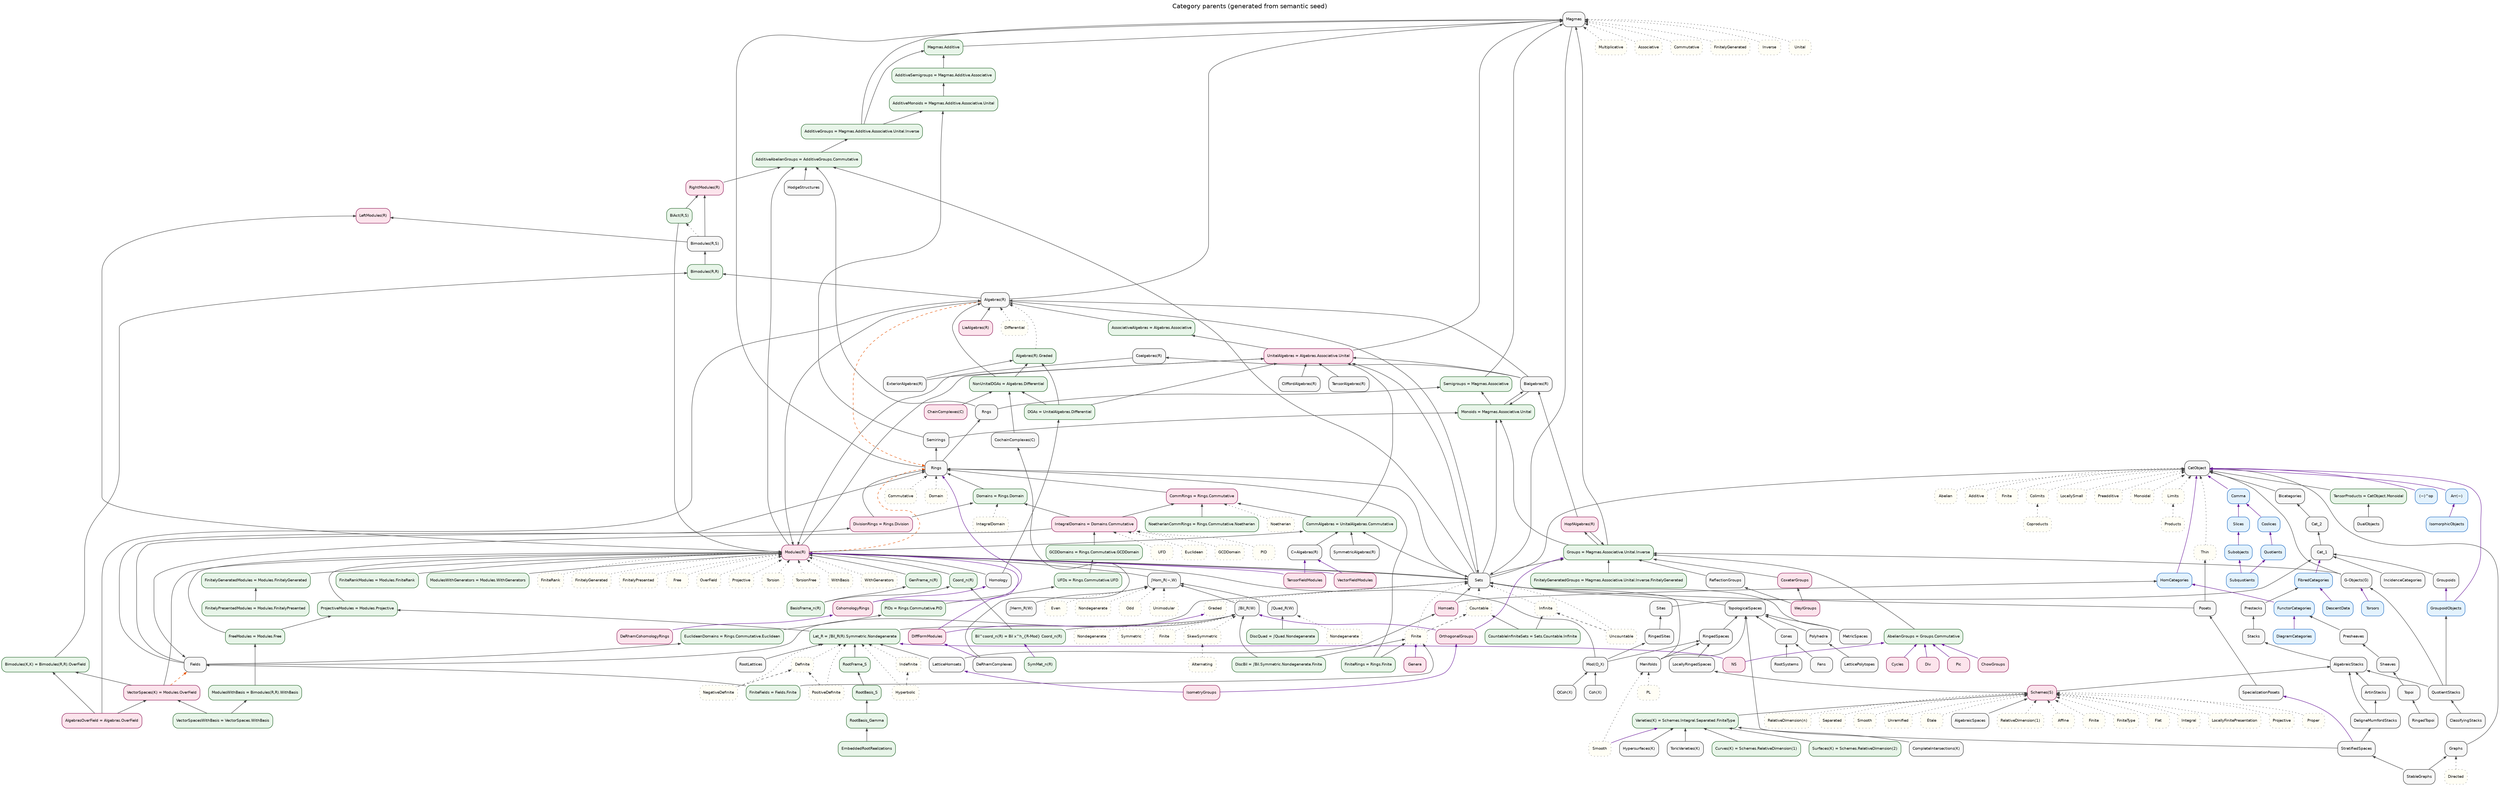
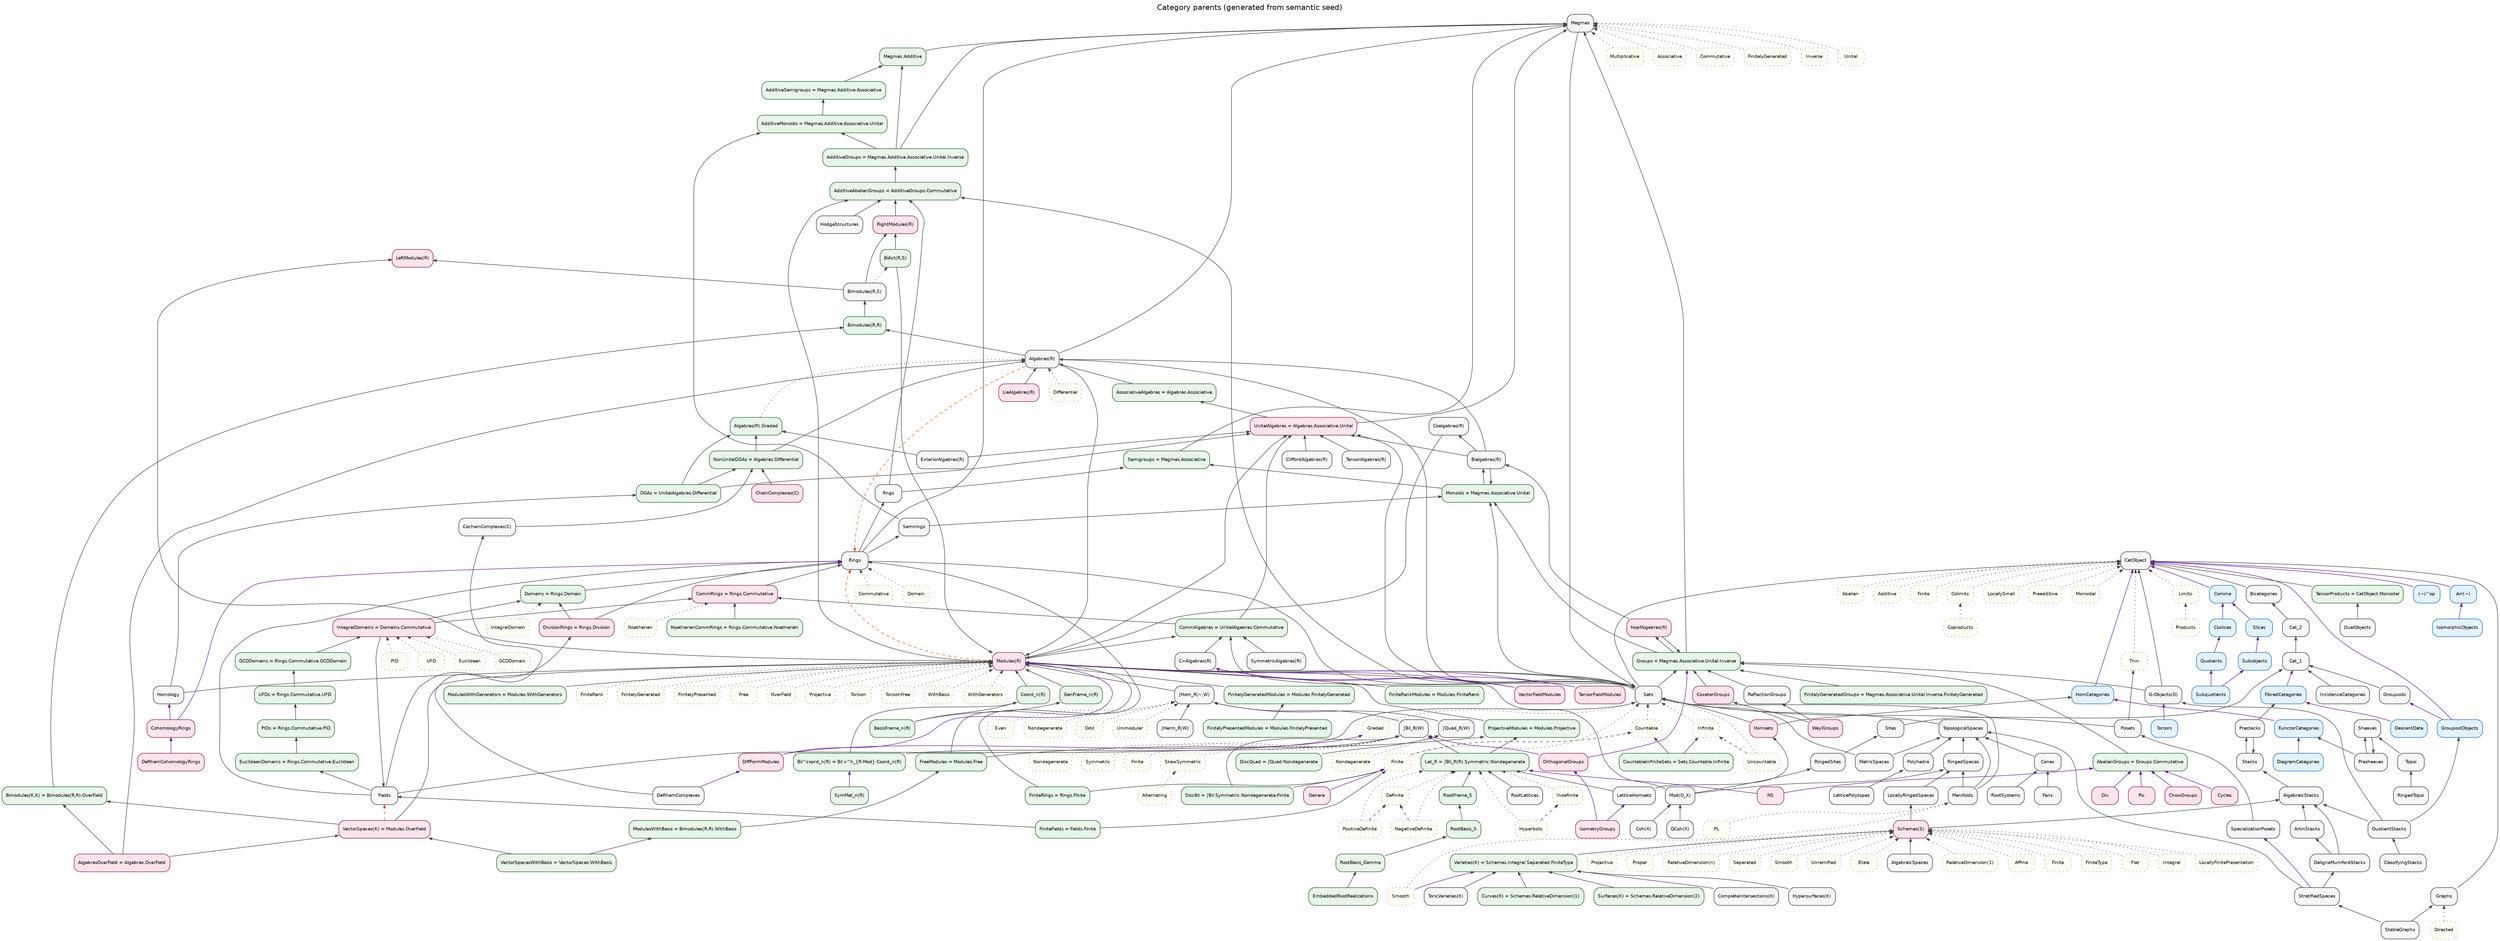
// GENERATED from semantic_seed/ — semantic presentation view.
// Authoritative: design/normalized_category_graph/semantic_seed/
// Factory/viz layout: category_parent_graph.dot (hand; see .hand.dot)

digraph CategoryParents {
  graph [
    rankdir=BT
    labelloc=t
    label="Category parents (generated from semantic seed)"
    fontsize=15
    fontname="Helvetica"
    nodesep=0.28
    ranksep=0.45
    splines=true
  ];
  node [
    shape=box
    style="rounded,filled"
    fontname="Helvetica"
    fontsize=9
    fillcolor="#f7f7f7"
    color="#333333"
  ];
  edge [color="#444444", arrowsize=0.65];

  // --- category_family ---
  AlgebraicSpaces [style="rounded,filled", fillcolor="#f7f7f7", color="#333333", id="cat.algebraicspaces", kind="category_family"];
  AlgebraicStacks [style="rounded,filled", fillcolor="#f7f7f7", color="#333333", id="cat.algebraicstacks", kind="category_family"];
  "Algebras(R)" [style="rounded,filled", fillcolor="#f7f7f7", color="#333333", id="cat.algebras_r", kind="category_family"];
  ArtinStacks [style="rounded,filled", fillcolor="#f7f7f7", color="#333333", id="cat.artinstacks", kind="category_family"];
  "Bialgebras(R)" [style="rounded,filled", fillcolor="#f7f7f7", color="#333333", id="cat.bialgebras_r", kind="category_family"];
  Bicategories [style="rounded,filled", fillcolor="#f7f7f7", color="#333333", id="cat.bicategories", kind="category_family"];
  "Bimodules(R,S)" [style="rounded,filled", fillcolor="#f7f7f7", color="#333333", id="cat.bimodules_r_s", kind="category_family"];
  CatObject [style="rounded,filled", fillcolor="#f7f7f7", color="#333333", id="cat.cat_object", kind="category_family"];
  Cat_1 [style="rounded,filled", fillcolor="#f7f7f7", color="#333333", id="cat.cat_1", kind="category_family"];
  Cat_2 [style="rounded,filled", fillcolor="#f7f7f7", color="#333333", id="cat.cat_2", kind="category_family"];
  "ChainComplexes(C)" [style="rounded,filled", fillcolor="#f7f7f7", color="#333333", id="cat.chaincomplexes", kind="category_family"];
  ClassifyingStacks [style="rounded,filled", fillcolor="#f7f7f7", color="#333333", id="cat.classifyingstacks", kind="category_family"];
  "CliffordAlgebras(R)" [style="rounded,filled", fillcolor="#f7f7f7", color="#333333", id="cat.cliffordalgebras", kind="category_family"];
  "Coalgebras(R)" [style="rounded,filled", fillcolor="#f7f7f7", color="#333333", id="cat.coalgebras_r", kind="category_family"];
  "CochainComplexes(C)" [style="rounded,filled", fillcolor="#f7f7f7", color="#333333", id="cat.cochaincomplexes", kind="category_family"];
  "Coh(X)" [style="rounded,filled", fillcolor="#f7f7f7", color="#333333", id="cat.coh", kind="category_family"];
  "CompleteIntersections(K)" [style="rounded,filled", fillcolor="#f7f7f7", color="#333333", id="cat.completeintersections", kind="category_family"];
  Cones [style="rounded,filled", fillcolor="#f7f7f7", color="#333333", id="cat.cones", kind="category_family"];
  CoxeterGroups [style="rounded,filled", fillcolor="#f7f7f7", color="#333333", id="cat.coxeter_groups", kind="category_family"];
  "C∞Algebras(R)" [style="rounded,filled", fillcolor="#f7f7f7", color="#333333", id="cat.cinftyalgebras", kind="category_family"];
  DeRhamComplexes [style="rounded,filled", fillcolor="#f7f7f7", color="#333333", id="cat.derhamcomplexes", kind="category_family"];
  DeligneMumfordStacks [style="rounded,filled", fillcolor="#f7f7f7", color="#333333", id="cat.delignemumfordstacks", kind="category_family"];
  DualObjects [style="rounded,filled", fillcolor="#f7f7f7", color="#333333", id="cat.dualobjects", kind="category_family"];
  "ExteriorAlgebras(R)" [style="rounded,filled", fillcolor="#f7f7f7", color="#333333", id="cat.exterioralgebras", kind="category_family"];
  Fans [style="rounded,filled", fillcolor="#f7f7f7", color="#333333", id="cat.fans", kind="category_family"];
  Fields [style="rounded,filled", fillcolor="#f7f7f7", color="#333333", id="cat.fields", kind="category_family"];
  "G-Objects(G)" [style="rounded,filled", fillcolor="#f7f7f7", color="#333333", id="cat.g_objects", kind="category_family"];
  Graphs [style="rounded,filled", fillcolor="#f7f7f7", color="#333333", id="cat.graphs", kind="category_family"];
  Groupoids [style="rounded,filled", fillcolor="#f7f7f7", color="#333333", id="cat.groupoids", kind="category_family"];
  HodgeStructures [style="rounded,filled", fillcolor="#f7f7f7", color="#333333", id="cat.hodgestructures", kind="category_family"];
  Homology [style="rounded,filled", fillcolor="#f7f7f7", color="#333333", id="cat.homology", kind="category_family"];
  Homsets [style="rounded,filled", fillcolor="#f7f7f7", color="#333333", id="cat.homsets", kind="category_family"];
  "HopfAlgebras(R)" [style="rounded,filled", fillcolor="#f7f7f7", color="#333333", id="cat.hopf_algebras_r", kind="category_family"];
  "Hypersurfaces(K)" [style="rounded,filled", fillcolor="#f7f7f7", color="#333333", id="cat.hypersurfaces", kind="category_family"];
  IncidenceCategories [style="rounded,filled", fillcolor="#f7f7f7", color="#333333", id="cat.incidencecategories", kind="category_family"];
  LatticeHomsets [style="rounded,filled", fillcolor="#f7f7f7", color="#333333", id="cat.latticehomsets", kind="category_family"];
  LatticePolytopes [style="rounded,filled", fillcolor="#f7f7f7", color="#333333", id="cat.latticepolytopes", kind="category_family"];
  "LieAlgebras(R)" [style="rounded,filled", fillcolor="#f7f7f7", color="#333333", id="cat.lie_algebras_r", kind="category_family"];
  LocallyRingedSpaces [style="rounded,filled", fillcolor="#f7f7f7", color="#333333", id="cat.locallyringedspaces", kind="category_family"];
  Magmas [style="rounded,filled", fillcolor="#f7f7f7", color="#333333", id="cat.magmas", kind="category_family"];
  Manifolds [style="rounded,filled", fillcolor="#f7f7f7", color="#333333", id="cat.manifolds", kind="category_family"];
  MetricSpaces [style="rounded,filled", fillcolor="#f7f7f7", color="#333333", id="cat.metricspaces", kind="category_family"];
  "Mod(O_X)" [style="rounded,filled", fillcolor="#f7f7f7", color="#333333", id="cat.mod", kind="category_family"];
  "Modules(R)" [style="rounded,filled", fillcolor="#f7f7f7", color="#333333", id="cat.modules_r", kind="category_family"];
  Polyhedra [style="rounded,filled", fillcolor="#f7f7f7", color="#333333", id="cat.polyhedra", kind="category_family"];
  Posets [style="rounded,filled", fillcolor="#f7f7f7", color="#333333", id="cat.posets", kind="category_family"];
  Presheaves [style="rounded,filled", fillcolor="#f7f7f7", color="#333333", id="cat.presheaves", kind="category_family"];
  Prestacks [style="rounded,filled", fillcolor="#f7f7f7", color="#333333", id="cat.prestacks", kind="category_family"];
  "QCoh(X)" [style="rounded,filled", fillcolor="#f7f7f7", color="#333333", id="cat.qcoh", kind="category_family"];
  QuotientStacks [style="rounded,filled", fillcolor="#f7f7f7", color="#333333", id="cat.quotientstacks", kind="category_family"];
  ReflectionGroups [style="rounded,filled", fillcolor="#f7f7f7", color="#333333", id="cat.reflectiongroups", kind="category_family"];
  RingedSites [style="rounded,filled", fillcolor="#f7f7f7", color="#333333", id="cat.ringedsites", kind="category_family"];
  RingedSpaces [style="rounded,filled", fillcolor="#f7f7f7", color="#333333", id="cat.ringedspaces", kind="category_family"];
  RingedTopoi [style="rounded,filled", fillcolor="#f7f7f7", color="#333333", id="cat.ringedtopoi", kind="category_family"];
  Rings [style="rounded,filled", fillcolor="#f7f7f7", color="#333333", id="cat.rings", kind="category_family"];
  Rngs [style="rounded,filled", fillcolor="#f7f7f7", color="#333333", id="cat.rngs", kind="category_family"];
  RootLattices [style="rounded,filled", fillcolor="#f7f7f7", color="#333333", id="cat.rootlattices", kind="category_family"];
  RootSystems [style="rounded,filled", fillcolor="#f7f7f7", color="#333333", id="cat.rootsystems", kind="category_family"];
  "Schemes(S)" [style="rounded,filled", fillcolor="#f7f7f7", color="#333333", id="cat.schemes_s", kind="category_family"];
  Semirings [style="rounded,filled", fillcolor="#f7f7f7", color="#333333", id="cat.semirings", kind="category_family"];
  Sets [style="rounded,filled", fillcolor="#f7f7f7", color="#333333", id="cat.sets", kind="category_family"];
  Sheaves [style="rounded,filled", fillcolor="#f7f7f7", color="#333333", id="cat.sheaves", kind="category_family"];
  Sites [style="rounded,filled", fillcolor="#f7f7f7", color="#333333", id="cat.sites", kind="category_family"];
  SpecializationPosets [style="rounded,filled", fillcolor="#f7f7f7", color="#333333", id="cat.specializationposets", kind="category_family"];
  StableGraphs [style="rounded,filled", fillcolor="#f7f7f7", color="#333333", id="cat.stablegraphs", kind="category_family"];
  Stacks [style="rounded,filled", fillcolor="#f7f7f7", color="#333333", id="cat.stacks", kind="category_family"];
  StratifiedSpaces [style="rounded,filled", fillcolor="#f7f7f7", color="#333333", id="cat.stratifiedspaces", kind="category_family"];
  "SymmetricAlgebras(R)" [style="rounded,filled", fillcolor="#f7f7f7", color="#333333", id="cat.symmetricalgebras", kind="category_family"];
  "TensorAlgebras(R)" [style="rounded,filled", fillcolor="#f7f7f7", color="#333333", id="cat.tensoralgebras", kind="category_family"];
  Topoi [style="rounded,filled", fillcolor="#f7f7f7", color="#333333", id="cat.topoi", kind="category_family"];
  TopologicalSpaces [style="rounded,filled", fillcolor="#f7f7f7", color="#333333", id="cat.topologicalspaces", kind="category_family"];
  "ToricVarieties(K)" [style="rounded,filled", fillcolor="#f7f7f7", color="#333333", id="cat.toricvarieties", kind="category_family"];
  WeylGroups [style="rounded,filled", fillcolor="#f7f7f7", color="#333333", id="cat.weyl_groups", kind="category_family"];
  "∫Bil_R(W)" [style="rounded,filled", fillcolor="#f7f7f7", color="#333333", id="cat.int_bil_r", kind="category_family"];
  "∫Herm_R(W)" [style="rounded,filled", fillcolor="#f7f7f7", color="#333333", id="cat.int_herm_r", kind="category_family"];
  "∫Hom_R(−,W)" [style="rounded,filled", fillcolor="#f7f7f7", color="#333333", id="cat.int_hom_r", kind="category_family"];
  "∫Quad_R(W)" [style="rounded,filled", fillcolor="#f7f7f7", color="#333333", id="cat.int_quad_r", kind="category_family"];

  // --- derived_category ---
  "AbelianGroups = Groups.Commutative" [style="rounded,filled", fillcolor="#e8f5e9", color="#1b5e20", id="cat.abelian_groups", kind="derived_category"];
  "AdditiveAbelianGroups = AdditiveGroups.Commutative" [style="rounded,filled", fillcolor="#e8f5e9", color="#1b5e20", id="cat.additive_abelian_groups", kind="derived_category"];
  "AdditiveGroups = Magmas.Additive.Associative.Unital.Inverse" [style="rounded,filled", fillcolor="#e8f5e9", color="#1b5e20", id="cat.additive_groups", kind="derived_category"];
  "AdditiveMonoids = Magmas.Additive.Associative.Unital" [style="rounded,filled", fillcolor="#e8f5e9", color="#1b5e20", id="cat.additive_monoids", kind="derived_category"];
  "AdditiveSemigroups = Magmas.Additive.Associative" [style="rounded,filled", fillcolor="#e8f5e9", color="#1b5e20", id="cat.additive_semigroups", kind="derived_category"];
  "Algebras(R).Graded" [style="rounded,filled", fillcolor="#e8f5e9", color="#1b5e20", id="cat.algebras_r.graded", kind="derived_category"];
  "AlgebrasOverField = Algebras.OverField" [style="rounded,filled", fillcolor="#e8f5e9", color="#1b5e20", id="cat.algebras_over_field", kind="derived_category"];
  "AssociativeAlgebras = Algebras.Associative" [style="rounded,filled", fillcolor="#e8f5e9", color="#1b5e20", id="cat.associativealgebras", kind="derived_category"];
  "BasisFrame_n(R)" [style="rounded,filled", fillcolor="#e8f5e9", color="#1b5e20", id="cat.basisframe_n_r", kind="derived_category"];
  "BiAct(R,S)" [style="rounded,filled", fillcolor="#e8f5e9", color="#1b5e20", id="cat.biact_r_s", kind="derived_category"];
  "Bil^coord_n(R) = Bil x^h_{R-Mod} Coord_n(R)" [style="rounded,filled", fillcolor="#e8f5e9", color="#1b5e20", id="cat.bil_coord_n_r", kind="derived_category"];
  "Bimodules(K,K) = Bimodules(R,R).OverField" [style="rounded,filled", fillcolor="#e8f5e9", color="#1b5e20", id="cat.bimodules_k_k", kind="derived_category"];
  "Bimodules(R,R)" [style="rounded,filled", fillcolor="#e8f5e9", color="#1b5e20", id="cat.bimodules_r_r", kind="derived_category"];
  "CommAlgebras = UnitalAlgebras.Commutative" [style="rounded,filled", fillcolor="#e8f5e9", color="#1b5e20", id="cat.commutative_algebras", kind="derived_category"];
  "CommRings = Rings.Commutative" [style="rounded,filled", fillcolor="#e8f5e9", color="#1b5e20", id="cat.commutative_rings", kind="derived_category"];
  "Coord_n(R)" [style="rounded,filled", fillcolor="#e8f5e9", color="#1b5e20", id="cat.coord_n_r", kind="derived_category"];
  "CountableInfiniteSets = Sets.Countable.Infinite" [style="rounded,filled", fillcolor="#e8f5e9", color="#1b5e20", id="cat.countableinfinitesets", kind="derived_category"];
  "Curves(K) = Schemes.RelativeDimension(1)" [style="rounded,filled", fillcolor="#e8f5e9", color="#1b5e20", id="cat.curves", kind="derived_category"];
  "DGAs = UnitalAlgebras.Differential" [style="rounded,filled", fillcolor="#e8f5e9", color="#1b5e20", id="cat.dgas", kind="derived_category"];
  "DiscBil = ∫Bil.Symmetric.Nondegenerate.Finite" [style="rounded,filled", fillcolor="#e8f5e9", color="#1b5e20", id="cat.discbil", kind="derived_category"];
  "DiscQuad = ∫Quad.Nondegenerate" [style="rounded,filled", fillcolor="#e8f5e9", color="#1b5e20", id="cat.discquad", kind="derived_category"];
  "DivisionRings = Rings.Division" [style="rounded,filled", fillcolor="#e8f5e9", color="#1b5e20", id="cat.division_rings", kind="derived_category"];
  "Domains = Rings.Domain" [style="rounded,filled", fillcolor="#e8f5e9", color="#1b5e20", id="cat.domains", kind="derived_category"];
  EmbeddedRootRealizations [style="rounded,filled", fillcolor="#e8f5e9", color="#1b5e20", id="cat.embeddedrootrealization", kind="derived_category"];
  "EuclideanDomains = Rings.Commutative.Euclidean" [style="rounded,filled", fillcolor="#e8f5e9", color="#1b5e20", id="cat.euclidean_domains", kind="derived_category"];
  "FiniteFields = Fields.Finite" [style="rounded,filled", fillcolor="#e8f5e9", color="#1b5e20", id="cat.finite_fields", kind="derived_category"];
  "FiniteRankModules = Modules.FiniteRank" [style="rounded,filled", fillcolor="#e8f5e9", color="#1b5e20", id="cat.finiterankmodules", kind="derived_category"];
  "FiniteRings = Rings.Finite" [style="rounded,filled", fillcolor="#e8f5e9", color="#1b5e20", id="cat.finite_rings", kind="derived_category"];
  "FinitelyGeneratedGroups = Magmas.Associative.Unital.Inverse.FinitelyGenerated" [style="rounded,filled", fillcolor="#e8f5e9", color="#1b5e20", id="cat.finitelygeneratedgroups", kind="derived_category"];
  "FinitelyGeneratedModules = Modules.FinitelyGenerated" [style="rounded,filled", fillcolor="#e8f5e9", color="#1b5e20", id="cat.finitelygeneratedmodules", kind="derived_category"];
  "FinitelyPresentedModules = Modules.FinitelyPresented" [style="rounded,filled", fillcolor="#e8f5e9", color="#1b5e20", id="cat.finitelypresentedmodules", kind="derived_category"];
  "FreeModules = Modules.Free" [style="rounded,filled", fillcolor="#e8f5e9", color="#1b5e20", id="cat.freemodules", kind="derived_category"];
  "GCDDomains = Rings.Commutative.GCDDomain" [style="rounded,filled", fillcolor="#e8f5e9", color="#1b5e20", id="cat.gcd_domains", kind="derived_category"];
  "GenFrame_n(R)" [style="rounded,filled", fillcolor="#e8f5e9", color="#1b5e20", id="cat.genframe_n_r", kind="derived_category"];
  "Groups = Magmas.Associative.Unital.Inverse" [style="rounded,filled", fillcolor="#e8f5e9", color="#1b5e20", id="cat.groups", kind="derived_category"];
  "IntegralDomains = Domains.Commutative" [style="rounded,filled", fillcolor="#e8f5e9", color="#1b5e20", id="cat.integral_domains", kind="derived_category"];
  "Lat_R = ∫Bil_R(R).Symmetric.Nondegenerate" [style="rounded,filled", fillcolor="#e8f5e9", color="#1b5e20", id="cat.lat_r", kind="derived_category"];
  "Magmas.Additive" [style="rounded,filled", fillcolor="#e8f5e9", color="#1b5e20", id="cat.additive_magmas", kind="derived_category"];
  "ModulesWithBasis = Bimodules(R,R).WithBasis" [style="rounded,filled", fillcolor="#e8f5e9", color="#1b5e20", id="cat.modules_with_basis", kind="derived_category"];
  "ModulesWithGenerators = Modules.WithGenerators" [style="rounded,filled", fillcolor="#e8f5e9", color="#1b5e20", id="cat.moduleswithgenerators", kind="derived_category"];
  "Monoids = Magmas.Associative.Unital" [style="rounded,filled", fillcolor="#e8f5e9", color="#1b5e20", id="cat.monoids", kind="derived_category"];
  "NoetherianCommRings = Rings.Commutative.Noetherian" [style="rounded,filled", fillcolor="#e8f5e9", color="#1b5e20", id="cat.noetheriancommrings", kind="derived_category"];
  "NonUnitalDGAs = Algebras.Differential" [style="rounded,filled", fillcolor="#e8f5e9", color="#1b5e20", id="cat.nonunitaldgas", kind="derived_category"];
  "PIDs = Rings.Commutative.PID" [style="rounded,filled", fillcolor="#e8f5e9", color="#1b5e20", id="cat.pids", kind="derived_category"];
  "ProjectiveModules = Modules.Projective" [style="rounded,filled", fillcolor="#e8f5e9", color="#1b5e20", id="cat.projectivemodules", kind="derived_category"];
  "RightModules(R)" [style="rounded,filled", fillcolor="#e8f5e9", color="#1b5e20", id="cat.right_modules_r", kind="derived_category"];
  RootBasis_Gamma [style="rounded,filled", fillcolor="#e8f5e9", color="#1b5e20", id="cat.rootbasis_gamma", kind="derived_category"];
  RootBasis_S [style="rounded,filled", fillcolor="#e8f5e9", color="#1b5e20", id="cat.rootbasis_s", kind="derived_category"];
  RootFrame_S [style="rounded,filled", fillcolor="#e8f5e9", color="#1b5e20", id="cat.rootframe_s", kind="derived_category"];
  "Semigroups = Magmas.Associative" [style="rounded,filled", fillcolor="#e8f5e9", color="#1b5e20", id="cat.semigroups", kind="derived_category"];
  "Surfaces(K) = Schemes.RelativeDimension(2)" [style="rounded,filled", fillcolor="#e8f5e9", color="#1b5e20", id="cat.surfaces", kind="derived_category"];
  "SymMat_n(R)" [style="rounded,filled", fillcolor="#e8f5e9", color="#1b5e20", id="cat.symmat_n_r", kind="derived_category"];
  "TensorProducts = CatObject.Monoidal" [style="rounded,filled", fillcolor="#e8f5e9", color="#1b5e20", id="cat.tensorproducts", kind="derived_category"];
  "UFDs = Rings.Commutative.UFD" [style="rounded,filled", fillcolor="#e8f5e9", color="#1b5e20", id="cat.ufds", kind="derived_category"];
  "UnitalAlgebras = Algebras.Associative.Unital" [style="rounded,filled", fillcolor="#e8f5e9", color="#1b5e20", id="cat.unital_algebras", kind="derived_category"];
  "Varieties(K) = Schemes.Integral.Separated.FiniteType" [style="rounded,filled", fillcolor="#e8f5e9", color="#1b5e20", id="cat.varieties", kind="derived_category"];
  "VectorSpaces(K) = Modules.OverField" [style="rounded,filled", fillcolor="#e8f5e9", color="#1b5e20", id="cat.vector_spaces_k", kind="derived_category"];
  "VectorSpacesWithBasis = VectorSpaces.WithBasis" [style="rounded,filled", fillcolor="#e8f5e9", color="#1b5e20", id="cat.vectorspaceswithbasis", kind="derived_category"];

  // --- category_constructor ---
  "(−)^op" [style="rounded,filled", fillcolor="#e3f2fd", color="#1565c0", id="ctor.op", kind="category_constructor"];
  "Arr(−)" [style="rounded,filled", fillcolor="#e3f2fd", color="#1565c0", id="ctor.arr", kind="category_constructor"];
  Comma [style="rounded,filled", fillcolor="#e3f2fd", color="#1565c0", id="ctor.comma", kind="category_constructor"];
  Coslices [style="rounded,filled", fillcolor="#e3f2fd", color="#1565c0", id="ctor.coslices", kind="category_constructor"];
  DescentData [style="rounded,filled", fillcolor="#e3f2fd", color="#1565c0", id="ctor.descentdata", kind="category_constructor"];
  DiagramCategories [style="rounded,filled", fillcolor="#e3f2fd", color="#1565c0", id="ctor.diagramcategories", kind="category_constructor"];
  FibredCategories [style="rounded,filled", fillcolor="#e3f2fd", color="#1565c0", id="ctor.fibredcategories", kind="category_constructor"];
  FunctorCategories [style="rounded,filled", fillcolor="#e3f2fd", color="#1565c0", id="ctor.functorcategories", kind="category_constructor"];
  GroupoidObjects [style="rounded,filled", fillcolor="#e3f2fd", color="#1565c0", id="ctor.groupoidobjects", kind="category_constructor"];
  HomCategories [style="rounded,filled", fillcolor="#e3f2fd", color="#1565c0", id="ctor.homcategories", kind="category_constructor"];
  IsomorphicObjects [style="rounded,filled", fillcolor="#e3f2fd", color="#1565c0", id="ctor.isomorphicobjects", kind="category_constructor"];
  Quotients [style="rounded,filled", fillcolor="#e3f2fd", color="#1565c0", id="ctor.quotients", kind="category_constructor"];
  Slices [style="rounded,filled", fillcolor="#e3f2fd", color="#1565c0", id="ctor.slices", kind="category_constructor"];
  Subobjects [style="rounded,filled", fillcolor="#e3f2fd", color="#1565c0", id="ctor.subobjects", kind="category_constructor"];
  Subquotients [style="rounded,filled", fillcolor="#e3f2fd", color="#1565c0", id="ctor.subquotients", kind="category_constructor"];
  Torsors [style="rounded,filled", fillcolor="#e3f2fd", color="#1565c0", id="ctor.torsors", kind="category_constructor"];

  // --- classifier_domain ---
  "CatObject.Abelian" [style="rounded,filled,dotted", fillcolor="#fffef5", color="#888888", id="clf.catobject_abelian", kind="classifier_domain", label="Abelian"];
  "CatObject.Additive" [style="rounded,filled,dotted", fillcolor="#fffef5", color="#888888", id="clf.catobject_additive", kind="classifier_domain", label="Additive"];
  "CatObject.Colimits" [style="rounded,filled,dotted", fillcolor="#fffef5", color="#888888", id="clf.catobject_colimits", kind="classifier_domain", label="Colimits"];
  "CatObject.Coproducts" [style="rounded,filled,dotted", fillcolor="#fffef5", color="#888888", id="clf.catobject_coproducts", kind="classifier_domain", label="Coproducts"];
  "CatObject.Finite" [style="rounded,filled,dotted", fillcolor="#fffef5", color="#888888", id="clf.catobject_finite", kind="classifier_domain", label="Finite"];
  "CatObject.Limits" [style="rounded,filled,dotted", fillcolor="#fffef5", color="#888888", id="clf.catobject_limits", kind="classifier_domain", label="Limits"];
  "CatObject.LocallySmall" [style="rounded,filled,dotted", fillcolor="#fffef5", color="#888888", id="clf.catobject_locallysmall", kind="classifier_domain", label="LocallySmall"];
  "CatObject.Preadditive" [style="rounded,filled,dotted", fillcolor="#fffef5", color="#888888", id="clf.catobject_preadditive", kind="classifier_domain", label="Preadditive"];
  "CatObject.Products" [style="rounded,filled,dotted", fillcolor="#fffef5", color="#888888", id="clf.catobject_products", kind="classifier_domain", label="Products"];
  "CatObject.Thin" [style="rounded,filled,dotted", fillcolor="#fffef5", color="#888888", id="clf.catobject_thin", kind="classifier_domain", label="Thin"];
  "Graphs.Directed" [style="rounded,filled,dotted", fillcolor="#fffef5", color="#888888", id="clf.graphs_directed", kind="classifier_domain", label="Directed"];
  "Lat.Definite" [style="rounded,filled,dotted", fillcolor="#fffef5", color="#888888", id="clf.lat_definite", kind="classifier_domain", label="Definite"];
  "Lat.Hyperbolic" [style="rounded,filled,dotted", fillcolor="#fffef5", color="#888888", id="clf.lat_hyperbolic", kind="classifier_domain", label="Hyperbolic"];
  "Lat.Indefinite" [style="rounded,filled,dotted", fillcolor="#fffef5", color="#888888", id="clf.lat_indefinite", kind="classifier_domain", label="Indefinite"];
  "Lat.NegativeDefinite" [style="rounded,filled,dotted", fillcolor="#fffef5", color="#888888", id="clf.lat_negativedefinite", kind="classifier_domain", label="NegativeDefinite"];
  "Lat.PositiveDefinite" [style="rounded,filled,dotted", fillcolor="#fffef5", color="#888888", id="clf.lat_positivedefinite", kind="classifier_domain", label="PositiveDefinite"];
  "Magmas.Multiplicative" [style="rounded,filled,dotted", fillcolor="#fffef5", color="#888888", id="clf.magmas_multiplicative", kind="classifier_domain", label="Multiplicative"];
  "Manifolds.PL" [style="rounded,filled,dotted", fillcolor="#fffef5", color="#888888", id="clf.manifolds_pl", kind="classifier_domain", label="PL"];
  "Manifolds.Smooth" [style="rounded,filled,dotted", fillcolor="#fffef5", color="#888888", id="clf.manifolds_smooth", kind="classifier_domain", label="Smooth"];
  "Modules.FiniteRank" [style="rounded,filled,dotted", fillcolor="#fffef5", color="#888888", id="clf.modules_finiterank", kind="classifier_domain", label="FiniteRank"];
  "Modules.FinitelyGenerated" [style="rounded,filled,dotted", fillcolor="#fffef5", color="#888888", id="clf.modules_finitelygenerated", kind="classifier_domain", label="FinitelyGenerated"];
  "Modules.FinitelyPresented" [style="rounded,filled,dotted", fillcolor="#fffef5", color="#888888", id="clf.modules_finitelypresented", kind="classifier_domain", label="FinitelyPresented"];
  "Modules.Free" [style="rounded,filled,dotted", fillcolor="#fffef5", color="#888888", id="clf.modules_free", kind="classifier_domain", label="Free"];
  "Modules.OverField" [style="rounded,filled,dotted", fillcolor="#fffef5", color="#888888", id="clf.modules.over_field.domain", kind="classifier_domain", label="OverField"];
  "Modules.Projective" [style="rounded,filled,dotted", fillcolor="#fffef5", color="#888888", id="clf.modules_projective", kind="classifier_domain", label="Projective"];
  "Modules.Torsion" [style="rounded,filled,dotted", fillcolor="#fffef5", color="#888888", id="clf.modules_torsion", kind="classifier_domain", label="Torsion"];
  "Modules.TorsionFree" [style="rounded,filled,dotted", fillcolor="#fffef5", color="#888888", id="clf.modules_torsionfree", kind="classifier_domain", label="TorsionFree"];
  "Modules.WithBasis" [style="rounded,filled,dotted", fillcolor="#fffef5", color="#888888", id="clf.modules.with_basis.domain", kind="classifier_domain", label="WithBasis"];
  "Modules.WithGenerators" [style="rounded,filled,dotted", fillcolor="#fffef5", color="#888888", id="clf.modules_withgenerators", kind="classifier_domain", label="WithGenerators"];
  "Rings.Commutative" [style="rounded,filled,dotted", fillcolor="#fffef5", color="#888888", id="clf.rings.commutative.domain", kind="classifier_domain", label="Commutative"];
  "Schemes(S).RelativeDimension(1)" [style="rounded,filled,dotted", fillcolor="#fffef5", color="#888888", id="clf.schemes_s.relativedimension.domain", kind="classifier_domain", label="RelativeDimension(1)"];
  "Schemes.Affine" [style="rounded,filled,dotted", fillcolor="#fffef5", color="#888888", id="clf.schemes_affine", kind="classifier_domain", label="Affine"];
  "Schemes.Finite" [style="rounded,filled,dotted", fillcolor="#fffef5", color="#888888", id="clf.schemes_finite", kind="classifier_domain", label="Finite"];
  "Schemes.FiniteType" [style="rounded,filled,dotted", fillcolor="#fffef5", color="#888888", id="clf.schemes_finitetype", kind="classifier_domain", label="FiniteType"];
  "Schemes.Flat" [style="rounded,filled,dotted", fillcolor="#fffef5", color="#888888", id="clf.schemes_flat", kind="classifier_domain", label="Flat"];
  "Schemes.Integral" [style="rounded,filled,dotted", fillcolor="#fffef5", color="#888888", id="clf.schemes_integral", kind="classifier_domain", label="Integral"];
  "Schemes.LocallyFinitePresentation" [style="rounded,filled,dotted", fillcolor="#fffef5", color="#888888", id="clf.schemes_locallyfinitepresentation", kind="classifier_domain", label="LocallyFinitePresentation"];
  "Schemes.Projective" [style="rounded,filled,dotted", fillcolor="#fffef5", color="#888888", id="clf.schemes_projective", kind="classifier_domain", label="Projective"];
  "Schemes.Proper" [style="rounded,filled,dotted", fillcolor="#fffef5", color="#888888", id="clf.schemes_proper", kind="classifier_domain", label="Proper"];
  "Schemes.RelativeDimension(n)" [style="rounded,filled,dotted", fillcolor="#fffef5", color="#888888", id="clf.schemes_relativedimension", kind="classifier_domain", label="RelativeDimension(n)"];
  "Schemes.Separated" [style="rounded,filled,dotted", fillcolor="#fffef5", color="#888888", id="clf.schemes_separated", kind="classifier_domain", label="Separated"];
  "Schemes.Smooth" [style="rounded,filled,dotted", fillcolor="#fffef5", color="#888888", id="clf.schemes_smooth", kind="classifier_domain", label="Smooth"];
  "Schemes.Unramified" [style="rounded,filled,dotted", fillcolor="#fffef5", color="#888888", id="clf.schemes_unramified", kind="classifier_domain", label="Unramified"];
  "Schemes.Étale" [style="rounded,filled,dotted", fillcolor="#fffef5", color="#888888", id="clf.schemes_etale", kind="classifier_domain", label="Étale"];
  "Sets.Countable" [style="rounded,filled,dotted", fillcolor="#fffef5", color="#888888", id="clf.sets_countable", kind="classifier_domain", label="Countable"];
  "Sets.Finite" [style="rounded,filled,dotted", fillcolor="#fffef5", color="#888888", id="clf.sets.finite.domain", kind="classifier_domain", label="Finite"];
  "Sets.Graded" [style="rounded,filled,dotted", fillcolor="#fffef5", color="#888888", id="clf.sets.graded.domain", kind="classifier_domain", label="Graded"];
  "Sets.Infinite" [style="rounded,filled,dotted", fillcolor="#fffef5", color="#888888", id="clf.sets_infinite", kind="classifier_domain", label="Infinite"];
  "Sets.Uncountable" [style="rounded,filled,dotted", fillcolor="#fffef5", color="#888888", id="clf.sets_uncountable", kind="classifier_domain", label="Uncountable"];
  "ax.Associative" [style="rounded,filled,dotted", fillcolor="#fffef5", color="#888888", id="clf.ax_associative", kind="classifier_domain", label="Associative"];
  "ax.Commutative" [style="rounded,filled,dotted", fillcolor="#fffef5", color="#888888", id="clf.ax_commutative", kind="classifier_domain", label="Commutative"];
  "ax.Differential" [style="rounded,filled,dotted", fillcolor="#fffef5", color="#888888", id="clf.ax_differential", kind="classifier_domain", label="Differential"];
  "ax.Domain" [style="rounded,filled,dotted", fillcolor="#fffef5", color="#888888", id="clf.ax_domain", kind="classifier_domain", label="Domain"];
  "ax.Euclidean" [style="rounded,filled,dotted", fillcolor="#fffef5", color="#888888", id="clf.ax_euclidean", kind="classifier_domain", label="Euclidean"];
  "ax.FinitelyGenerated" [style="rounded,filled,dotted", fillcolor="#fffef5", color="#888888", id="clf.ax_finitelygenerated", kind="classifier_domain", label="FinitelyGenerated"];
  "ax.GCDDomain" [style="rounded,filled,dotted", fillcolor="#fffef5", color="#888888", id="clf.ax_gcddomain", kind="classifier_domain", label="GCDDomain"];
  "ax.IntegralDomain" [style="rounded,filled,dotted", fillcolor="#fffef5", color="#888888", id="clf.ax_integraldomain", kind="classifier_domain", label="IntegralDomain"];
  "ax.Inverse" [style="rounded,filled,dotted", fillcolor="#fffef5", color="#888888", id="clf.ax_inverse", kind="classifier_domain", label="Inverse"];
  "ax.Monoidal" [style="rounded,filled,dotted", fillcolor="#fffef5", color="#888888", id="clf.ax_monoidal", kind="classifier_domain", label="Monoidal"];
  "ax.Noetherian" [style="rounded,filled,dotted", fillcolor="#fffef5", color="#888888", id="clf.ax_noetherian", kind="classifier_domain", label="Noetherian"];
  "ax.PID" [style="rounded,filled,dotted", fillcolor="#fffef5", color="#888888", id="clf.ax_pid", kind="classifier_domain", label="PID"];
  "ax.UFD" [style="rounded,filled,dotted", fillcolor="#fffef5", color="#888888", id="clf.ax_ufd", kind="classifier_domain", label="UFD"];
  "ax.Unital" [style="rounded,filled,dotted", fillcolor="#fffef5", color="#888888", id="clf.ax_unital", kind="classifier_domain", label="Unital"];
  "∫Bil.Alternating" [style="rounded,filled,dotted", fillcolor="#fffef5", color="#888888", id="clf.int_bil_alternating", kind="classifier_domain", label="Alternating"];
  "∫Bil.SkewSymmetric" [style="rounded,filled,dotted", fillcolor="#fffef5", color="#888888", id="clf.int_bil_skewsymmetric", kind="classifier_domain", label="SkewSymmetric"];
  "∫Bil.Symmetric" [style="rounded,filled,dotted", fillcolor="#fffef5", color="#888888", id="clf.int_bil_symmetric", kind="classifier_domain", label="Symmetric"];
  "∫Bil_R(W).Finite" [style="rounded,filled,dotted", fillcolor="#fffef5", color="#888888", id="clf.int_bil_r.finite.domain", kind="classifier_domain", label="Finite"];
  "∫Bil_R(W).Nondegenerate" [style="rounded,filled,dotted", fillcolor="#fffef5", color="#888888", id="clf.int_bil_r.nondegenerate.domain", kind="classifier_domain", label="Nondegenerate"];
  "∫Hom.Even" [style="rounded,filled,dotted", fillcolor="#fffef5", color="#888888", id="clf.int_hom_even", kind="classifier_domain", label="Even"];
  "∫Hom.Nondegenerate" [style="rounded,filled,dotted", fillcolor="#fffef5", color="#888888", id="clf.int_hom_nondegenerate", kind="classifier_domain", label="Nondegenerate"];
  "∫Hom.Odd" [style="rounded,filled,dotted", fillcolor="#fffef5", color="#888888", id="clf.int_hom_odd", kind="classifier_domain", label="Odd"];
  "∫Hom.Unimodular" [style="rounded,filled,dotted", fillcolor="#fffef5", color="#888888", id="clf.int_hom_unimodular", kind="classifier_domain", label="Unimodular"];
  "∫Quad_R(W).Nondegenerate" [style="rounded,filled,dotted", fillcolor="#fffef5", color="#888888", id="clf.int_quad_r.nondegenerate.domain", kind="classifier_domain", label="Nondegenerate"];

  // --- alias ---
  "AlgebrasOverField = Algebras.OverField" [style="rounded,filled", fillcolor="#fce4ec", color="#880e4f", id="cat.associativeunitalalgebras_k", kind="alias"];
  "ChainComplexes(C)" [style="rounded,filled", fillcolor="#fce4ec", color="#880e4f", id="cat.chaincomplexes_c", kind="alias"];
  ChowGroups [style="rounded,filled", fillcolor="#fce4ec", color="#880e4f", id="val.chowgroups", kind="alias"];
  CohomologyRings [style="rounded,filled", fillcolor="#fce4ec", color="#880e4f", id="val.cohomologyrings", kind="alias"];
  "CommRings = Rings.Commutative" [style="rounded,filled", fillcolor="#fce4ec", color="#880e4f", id="cat.commutativerings", kind="alias"];
  CoxeterGroups [style="rounded,filled", fillcolor="#fce4ec", color="#880e4f", id="cat.coxetergroups", kind="alias"];
  Cycles [style="rounded,filled", fillcolor="#fce4ec", color="#880e4f", id="val.cycles", kind="alias"];
  DeRhamCohomologyRings [style="rounded,filled", fillcolor="#fce4ec", color="#880e4f", id="val.derhamcohomologyrings", kind="alias"];
  DiffFormModules [style="rounded,filled", fillcolor="#fce4ec", color="#880e4f", id="val.diffformmodules", kind="alias"];
  Div [style="rounded,filled", fillcolor="#fce4ec", color="#880e4f", id="val.div", kind="alias"];
  "DivisionRings = Rings.Division" [style="rounded,filled", fillcolor="#fce4ec", color="#880e4f", id="cat.divisionrings", kind="alias"];
  Genera [style="rounded,filled", fillcolor="#fce4ec", color="#880e4f", id="val.genera", kind="alias"];
  Homsets [style="rounded,filled", fillcolor="#fce4ec", color="#880e4f", id="cat.homsets_c", kind="alias"];
  "HopfAlgebras(R)" [style="rounded,filled", fillcolor="#fce4ec", color="#880e4f", id="cat.hopfalgebras_r", kind="alias"];
  "IntegralDomains = Domains.Commutative" [style="rounded,filled", fillcolor="#fce4ec", color="#880e4f", id="cat.integraldomains", kind="alias"];
  IsometryGroups [style="rounded,filled", fillcolor="#fce4ec", color="#880e4f", id="val.isometrygroups", kind="alias"];
  "LeftModules(R)" [style="rounded,filled", fillcolor="#fce4ec", color="#880e4f", id="cat.left_modules_r", kind="alias"];
  "LieAlgebras(R)" [style="rounded,filled", fillcolor="#fce4ec", color="#880e4f", id="cat.liealgebras_r", kind="alias"];
  "Modules(R)" [style="rounded,filled", fillcolor="#fce4ec", color="#880e4f", id="cat.modules_a", kind="alias"];
  NS [style="rounded,filled", fillcolor="#fce4ec", color="#880e4f", id="val.ns", kind="alias"];
  OrthogonalGroups [style="rounded,filled", fillcolor="#fce4ec", color="#880e4f", id="val.orthogonal_groups", kind="alias"];
  Pic [style="rounded,filled", fillcolor="#fce4ec", color="#880e4f", id="val.pic", kind="alias"];
  "RightModules(R)" [style="rounded,filled", fillcolor="#fce4ec", color="#880e4f", id="cat.modules_rop", kind="alias"];
  "Schemes(S)" [style="rounded,filled", fillcolor="#fce4ec", color="#880e4f", id="cat.schemes_k", kind="alias"];
  TensorFieldModules [style="rounded,filled", fillcolor="#fce4ec", color="#880e4f", id="val.tensorfieldmodules", kind="alias"];
  "UnitalAlgebras = Algebras.Associative.Unital" [style="rounded,filled", fillcolor="#fce4ec", color="#880e4f", id="cat.associativeunitalalgebras_r", kind="alias"];
  VectorFieldModules [style="rounded,filled", fillcolor="#fce4ec", color="#880e4f", id="val.vectorfieldmodules", kind="alias"];
  "VectorSpaces(K) = Modules.OverField" [style="rounded,filled", fillcolor="#fce4ec", color="#880e4f", id="cat.modules_k", kind="alias"];
  WeylGroups [style="rounded,filled", fillcolor="#fce4ec", color="#880e4f", id="cat.weylgroups", kind="alias"];

  // --- preferred arrows ---
  "LeftModules(R)" -> "Modules(R)" [dir=both, kind="equivalence", id="arr.alias.left_modules"];
  "Algebras(R).Graded" -> "Algebras(R)" [style=dotted, kind="classifier_leg", id="arr.clf.algebras_r.graded"];
  "ax.Associative" -> Magmas [style=dotted, kind="classifier_leg", id="arr.clf.ax_associative"];
  "ax.Commutative" -> Magmas [style=dotted, kind="classifier_leg", id="arr.clf.ax_commutative"];
  "ax.Differential" -> "Algebras(R)" [style=dotted, kind="classifier_leg", id="arr.clf.ax_differential"];
  "ax.Domain" -> Rings [style=dotted, kind="classifier_leg", id="arr.clf.ax_domain"];
  "ax.Euclidean" -> "IntegralDomains = Domains.Commutative" [style=dotted, kind="classifier_leg", id="arr.clf.ax_euclidean"];
  "ax.FinitelyGenerated" -> Magmas [style=dotted, kind="classifier_leg", id="arr.clf.ax_finitelygenerated"];
  "ax.GCDDomain" -> "IntegralDomains = Domains.Commutative" [style=dotted, kind="classifier_leg", id="arr.clf.ax_gcddomain"];
  "ax.IntegralDomain" -> "Domains = Rings.Domain" [style=dotted, kind="classifier_leg", id="arr.clf.ax_integraldomain"];
  "ax.Inverse" -> Magmas [style=dotted, kind="classifier_leg", id="arr.clf.ax_inverse"];
  "ax.Monoidal" -> CatObject [style=dotted, kind="classifier_leg", id="arr.clf.ax_monoidal"];
  "ax.Noetherian" -> "CommRings = Rings.Commutative" [style=dotted, kind="classifier_leg", id="arr.clf.ax_noetherian"];
  "ax.PID" -> "IntegralDomains = Domains.Commutative" [style=dotted, kind="classifier_leg", id="arr.clf.ax_pid"];
  "ax.UFD" -> "IntegralDomains = Domains.Commutative" [style=dotted, kind="classifier_leg", id="arr.clf.ax_ufd"];
  "ax.Unital" -> Magmas [style=dotted, kind="classifier_leg", id="arr.clf.ax_unital"];
  "CatObject.Colimits" -> CatObject [style=dotted, kind="classifier_leg", id="arr.clf.catobject_colimits"];
  "CatObject.Coproducts" -> "CatObject.Colimits" [style=dotted, kind="classifier_leg", id="arr.clf.catobject_coproducts"];
  "CatObject.Finite" -> CatObject [style=dotted, kind="classifier_leg", id="arr.clf.catobject_finite"];
  "CatObject.Limits" -> CatObject [style=dotted, kind="classifier_leg", id="arr.clf.catobject_limits"];
  "CatObject.LocallySmall" -> CatObject [style=dotted, kind="classifier_leg", id="arr.clf.catobject_locallysmall"];
  "CatObject.Products" -> "CatObject.Limits" [style=dotted, kind="classifier_leg", id="arr.clf.catobject_products"];
  "CatObject.Thin" -> CatObject [style=dotted, kind="classifier_leg", id="arr.clf.catobject_thin"];
  "Graphs.Directed" -> Graphs [style=dotted, kind="classifier_leg", id="arr.clf.graphs_directed"];
  "∫Bil.Alternating" -> "∫Bil.SkewSymmetric" [style=dotted, kind="classifier_leg", id="arr.clf.int_bil_alternating"];
  "∫Bil_R(W).Finite" -> "∫Bil_R(W)" [style=dotted, kind="classifier_leg", id="arr.clf.int_bil_r_finite"];
  "∫Bil_R(W).Nondegenerate" -> "∫Bil_R(W)" [style=dotted, kind="classifier_leg", id="arr.clf.int_bil_r_nondegenerate"];
  "∫Bil.SkewSymmetric" -> "∫Bil_R(W)" [style=dotted, kind="classifier_leg", id="arr.clf.int_bil_skewsymmetric"];
  "∫Bil.Symmetric" -> "∫Bil_R(W)" [style=dotted, kind="classifier_leg", id="arr.clf.int_bil_symmetric"];
  "∫Hom.Even" -> "∫Hom_R(−,W)" [style=dotted, kind="classifier_leg", id="arr.clf.int_hom_even"];
  "∫Hom.Nondegenerate" -> "∫Hom_R(−,W)" [style=dotted, kind="classifier_leg", id="arr.clf.int_hom_nondegenerate"];
  "∫Hom.Odd" -> "∫Hom_R(−,W)" [style=dotted, kind="classifier_leg", id="arr.clf.int_hom_odd"];
  "∫Hom.Unimodular" -> "∫Hom_R(−,W)" [style=dotted, kind="classifier_leg", id="arr.clf.int_hom_unimodular"];
  "∫Quad_R(W).Nondegenerate" -> "∫Quad_R(W)" [style=dotted, kind="classifier_leg", id="arr.clf.int_quad_r_nondegenerate"];
  "Lat.Definite" -> "Lat_R = ∫Bil_R(R).Symmetric.Nondegenerate" [style=dotted, kind="classifier_leg", id="arr.clf.lat_definite"];
  "Lat.Hyperbolic" -> "Lat_R = ∫Bil_R(R).Symmetric.Nondegenerate" [style=dotted, kind="classifier_leg", id="arr.clf.lat_hyperbolic"];
  "Lat.Indefinite" -> "Lat_R = ∫Bil_R(R).Symmetric.Nondegenerate" [style=dotted, kind="classifier_leg", id="arr.clf.lat_indefinite"];
  "Lat.NegativeDefinite" -> "Lat_R = ∫Bil_R(R).Symmetric.Nondegenerate" [style=dotted, kind="classifier_leg", id="arr.clf.lat_negativedefinite"];
  "Lat.PositiveDefinite" -> "Lat_R = ∫Bil_R(R).Symmetric.Nondegenerate" [style=dotted, kind="classifier_leg", id="arr.clf.lat_positivedefinite"];
  "Magmas.Multiplicative" -> Magmas [style=dotted, kind="classifier_leg", id="arr.clf.magmas_multiplicative"];
  "Manifolds.PL" -> Manifolds [style=dotted, kind="classifier_leg", id="arr.clf.manifolds_pl"];
  "Manifolds.Smooth" -> Manifolds [style=dotted, kind="classifier_leg", id="arr.clf.manifolds_smooth"];
  "Modules.OverField" -> "Modules(R)" [style=dotted, kind="classifier_leg", id="arr.clf.modules.over_field"];
  "Modules.WithBasis" -> "Modules(R)" [style=dotted, kind="classifier_leg", id="arr.clf.modules.with_basis"];
  "Modules.FinitelyGenerated" -> "Modules(R)" [style=dotted, kind="classifier_leg", id="arr.clf.modules_finitelygenerated"];
  "Modules.FinitelyPresented" -> "Modules(R)" [style=dotted, kind="classifier_leg", id="arr.clf.modules_finitelypresented"];
  "Modules.FiniteRank" -> "Modules(R)" [style=dotted, kind="classifier_leg", id="arr.clf.modules_finiterank"];
  "Modules.Free" -> "Modules(R)" [style=dotted, kind="classifier_leg", id="arr.clf.modules_free"];
  "Modules.Projective" -> "Modules(R)" [style=dotted, kind="classifier_leg", id="arr.clf.modules_projective"];
  "Modules.Torsion" -> "Modules(R)" [style=dotted, kind="classifier_leg", id="arr.clf.modules_torsion"];
  "Modules.TorsionFree" -> "Modules(R)" [style=dotted, kind="classifier_leg", id="arr.clf.modules_torsionfree"];
  "Modules.WithGenerators" -> "Modules(R)" [style=dotted, kind="classifier_leg", id="arr.clf.modules_withgenerators"];
  "Rings.Commutative" -> Rings [style=dotted, kind="classifier_leg", id="arr.clf.rings_commutative"];
  "Schemes.Affine" -> "Schemes(S)" [style=dotted, kind="classifier_leg", id="arr.clf.schemes_affine"];
  "Schemes.Étale" -> "Schemes(S)" [style=dotted, kind="classifier_leg", id="arr.clf.schemes_etale"];
  "Schemes.Finite" -> "Schemes(S)" [style=dotted, kind="classifier_leg", id="arr.clf.schemes_finite"];
  "Schemes.FiniteType" -> "Schemes(S)" [style=dotted, kind="classifier_leg", id="arr.clf.schemes_finitetype"];
  "Schemes.Flat" -> "Schemes(S)" [style=dotted, kind="classifier_leg", id="arr.clf.schemes_flat"];
  "Schemes.Integral" -> "Schemes(S)" [style=dotted, kind="classifier_leg", id="arr.clf.schemes_integral"];
  "Schemes.LocallyFinitePresentation" -> "Schemes(S)" [style=dotted, kind="classifier_leg", id="arr.clf.schemes_locallyfinitepresentation"];
  "Schemes.Projective" -> "Schemes(S)" [style=dotted, kind="classifier_leg", id="arr.clf.schemes_projective"];
  "Schemes.Proper" -> "Schemes(S)" [style=dotted, kind="classifier_leg", id="arr.clf.schemes_proper"];
  "Schemes.RelativeDimension(n)" -> "Schemes(S)" [style=dotted, kind="classifier_leg", id="arr.clf.schemes_relativedimension"];
  "Schemes(S).RelativeDimension(1)" -> "Schemes(S)" [style=dotted, kind="classifier_leg", id="arr.clf.schemes_s_relativedimension"];
  "Schemes.Separated" -> "Schemes(S)" [style=dotted, kind="classifier_leg", id="arr.clf.schemes_separated"];
  "Schemes.Smooth" -> "Schemes(S)" [style=dotted, kind="classifier_leg", id="arr.clf.schemes_smooth"];
  "Schemes.Unramified" -> "Schemes(S)" [style=dotted, kind="classifier_leg", id="arr.clf.schemes_unramified"];
  "Sets.Finite" -> Sets [style=dotted, kind="classifier_leg", id="arr.clf.sets.finite"];
  "Sets.Graded" -> Sets [style=dotted, kind="classifier_leg", id="arr.clf.sets.graded"];
  "Sets.Countable" -> Sets [style=dotted, kind="classifier_leg", id="arr.clf.sets_countable"];
  "Sets.Infinite" -> Sets [style=dotted, kind="classifier_leg", id="arr.clf.sets_infinite"];
  "Sets.Uncountable" -> Sets [style=dotted, kind="classifier_leg", id="arr.clf.sets_uncountable"];
  "AbelianGroups = Groups.Commutative" -> "Groups = Magmas.Associative.Unital.Inverse" [kind="full_inclusion", id="arr.dot.abeliangroups__groups"];
  "AdditiveAbelianGroups = AdditiveGroups.Commutative" -> "AdditiveGroups = Magmas.Additive.Associative.Unital.Inverse" [kind="full_inclusion", id="arr.dot.additiveabeliangroups__additivegroups"];
  "AdditiveGroups = Magmas.Additive.Associative.Unital.Inverse" -> "AdditiveMonoids = Magmas.Additive.Associative.Unital" [kind="full_inclusion", id="arr.dot.additivegroups__additivemonoids"];
  "AdditiveMonoids = Magmas.Additive.Associative.Unital" -> "AdditiveSemigroups = Magmas.Additive.Associative" [kind="full_inclusion", id="arr.dot.additivemonoids__additivesemigroups"];
  "AdditiveSemigroups = Magmas.Additive.Associative" -> "Magmas.Additive" [kind="full_inclusion", id="arr.dot.additivesemigroups__magmas_additive"];
  AlgebraicSpaces -> "Schemes(S)" [kind="forgetful", id="arr.dot.algebraicspaces__schemes"];
  AlgebraicStacks -> Stacks [kind="forgetful", id="arr.dot.algebraicstacks__stacks"];
  "Algebras(R)" -> Magmas [kind="forgetful", id="arr.dot.algebras__magmas"];
  "AlgebrasOverField = Algebras.OverField" -> "Algebras(R)" [kind="full_inclusion", id="arr.dot.algebrasoverfield__algebras"];
  "AlgebrasOverField = Algebras.OverField" -> "VectorSpaces(K) = Modules.OverField" [kind="full_inclusion", id="arr.dot.algebrasoverfield__vectorspaces"];
  "Arr(−)" -> CatObject [color="#6a1b9a", kind="construction", id="arr.dot.arr__catobject"];
  ArtinStacks -> AlgebraicStacks [kind="forgetful", id="arr.dot.artinstacks__algebraicstacks"];
  "AssociativeAlgebras = Algebras.Associative" -> "Algebras(R)" [kind="full_inclusion", id="arr.dot.associativealgebras__algebras"];
  "Bialgebras(R)" -> "Coalgebras(R)" [kind="forgetful", id="arr.dot.bialgebras__coalgebras"];
  "Bialgebras(R)" -> "UnitalAlgebras = Algebras.Associative.Unital" [kind="forgetful", id="arr.dot.bialgebras__unitalalgebras"];
  Bicategories -> CatObject [kind="forgetful", id="arr.dot.bicategories__catobject"];
  "Bimodules(R,S)" -> "LeftModules(R)" [kind="forgetful", id="arr.dot.bimodules__leftmodules"];
  "Bimodules(R,S)" -> "RightModules(R)" [kind="forgetful", id="arr.dot.bimodules__rightmodules"];
  Cat_1 -> Cat_2 [kind="forgetful", id="arr.dot.cat_1__cat_2"];
  Cat_2 -> Bicategories [kind="forgetful", id="arr.dot.cat_2__bicategories"];
  "ChainComplexes(C)" -> "NonUnitalDGAs = Algebras.Differential" [kind="forgetful", id="arr.dot.chaincomplexes__nonunitaldgas"];
  ChowGroups -> "AbelianGroups = Groups.Commutative" [color="#6a1b9a", kind="construction", id="arr.dot.chowgroups__abeliangroups"];
  "C∞Algebras(R)" -> "CommAlgebras = UnitalAlgebras.Commutative" [kind="forgetful", id="arr.dot.cinftyalgebras__commalgebras"];
  ClassifyingStacks -> QuotientStacks [kind="forgetful", id="arr.dot.classifyingstacks__quotientstacks"];
  "CliffordAlgebras(R)" -> "UnitalAlgebras = Algebras.Associative.Unital" [kind="forgetful", id="arr.dot.cliffordalgebras__unitalalgebras"];
  "CochainComplexes(C)" -> "NonUnitalDGAs = Algebras.Differential" [kind="forgetful", id="arr.dot.cochaincomplexes__nonunitaldgas"];
  "Coh(X)" -> "Mod(O_X)" [kind="forgetful", id="arr.dot.coh__mod"];
  CohomologyRings -> Homology [color="#6a1b9a", kind="construction", id="arr.dot.cohomologyrings__homology"];
  CohomologyRings -> Rings [color="#6a1b9a", kind="construction", id="arr.dot.cohomologyrings__rings"];
  Comma -> CatObject [color="#6a1b9a", kind="construction", id="arr.dot.comma__catobject"];
  "CommAlgebras = UnitalAlgebras.Commutative" -> "CommRings = Rings.Commutative" [kind="full_inclusion", id="arr.dot.commalgebras__commrings"];
  "CommAlgebras = UnitalAlgebras.Commutative" -> "UnitalAlgebras = Algebras.Associative.Unital" [kind="full_inclusion", id="arr.dot.commalgebras__unitalalgebras"];
  "CompleteIntersections(K)" -> "Varieties(K) = Schemes.Integral.Separated.FiniteType" [kind="forgetful", id="arr.dot.completeintersections__varieties"];
  Cones -> TopologicalSpaces [kind="forgetful", id="arr.dot.cones__topologicalspaces"];
  Coslices -> Comma [color="#6a1b9a", kind="construction", id="arr.dot.coslices__comma"];
  "CountableInfiniteSets = Sets.Countable.Infinite" -> "Sets.Countable" [kind="pullback_projection", id="arr.dot.countableinfinitesets__sets_countable"];
  "CountableInfiniteSets = Sets.Countable.Infinite" -> "Sets.Infinite" [kind="pullback_projection", id="arr.dot.countableinfinitesets__sets_infinite"];
  CoxeterGroups -> "Groups = Magmas.Associative.Unital.Inverse" [kind="forgetful", id="arr.dot.coxetergroups__groups"];
  "Curves(K) = Schemes.RelativeDimension(1)" -> "Varieties(K) = Schemes.Integral.Separated.FiniteType" [kind="full_inclusion", id="arr.dot.curves__varieties"];
  Cycles -> "AbelianGroups = Groups.Commutative" [color="#6a1b9a", kind="construction", id="arr.dot.cycles__abeliangroups"];
  DeligneMumfordStacks -> AlgebraicStacks [kind="forgetful", id="arr.dot.delignemumfordstacks__algebraicstacks"];
  DeligneMumfordStacks -> ArtinStacks [kind="forgetful", id="arr.dot.delignemumfordstacks__artinstacks"];
  DeRhamCohomologyRings -> CohomologyRings [color="#6a1b9a", kind="construction", id="arr.dot.derhamcohomologyrings__cohomologyrings"];
  DeRhamComplexes -> "CochainComplexes(C)" [kind="forgetful", id="arr.dot.derhamcomplexes__cochaincomplexes"];
  DeRhamComplexes -> DiffFormModules [color="#6a1b9a", kind="construction", id="arr.dot.derhamcomplexes__diffformmodules"];
  DescentData -> FibredCategories [color="#6a1b9a", kind="construction", id="arr.dot.descentdata__fibredcategories"];
  "DGAs = UnitalAlgebras.Differential" -> "Algebras(R).Graded" [kind="pullback_projection", id="arr.dot.dgas__algebras_graded"];
  "DGAs = UnitalAlgebras.Differential" -> "NonUnitalDGAs = Algebras.Differential" [kind="full_inclusion", id="arr.dot.dgas__nonunitaldgas"];
  "DGAs = UnitalAlgebras.Differential" -> "UnitalAlgebras = Algebras.Associative.Unital" [kind="full_inclusion", id="arr.dot.dgas__unitalalgebras"];
  DiagramCategories -> FunctorCategories [color="#6a1b9a", kind="construction", id="arr.dot.diagramcategories__functorcategories"];
  DiffFormModules -> "Modules(R)" [color="#6a1b9a", kind="construction", id="arr.dot.diffformmodules__modules"];
  DiffFormModules -> "Sets.Graded" [color="#6a1b9a", kind="construction", id="arr.dot.diffformmodules__sets_graded"];
  "DiscBil = ∫Bil.Symmetric.Nondegenerate.Finite" -> "∫Bil_R(W)" [kind="full_inclusion", id="arr.dot.discbil__int_bil_r"];
  "DiscBil = ∫Bil.Symmetric.Nondegenerate.Finite" -> "Sets.Finite" [kind="pullback_projection", id="arr.dot.discbil__sets_finite"];
  "DiscQuad = ∫Quad.Nondegenerate" -> "∫Quad_R(W)" [kind="full_inclusion", id="arr.dot.discquad__int_quad_r"];
  Div -> "AbelianGroups = Groups.Commutative" [color="#6a1b9a", kind="construction", id="arr.dot.div__abeliangroups"];
  "DivisionRings = Rings.Division" -> "Domains = Rings.Domain" [kind="full_inclusion", id="arr.dot.divisionrings__domains"];
  "DivisionRings = Rings.Division" -> Rings [kind="full_inclusion", id="arr.dot.divisionrings__rings"];
  DualObjects -> "TensorProducts = CatObject.Monoidal" [kind="forgetful", id="arr.dot.dualobjects__tensorproducts"];
  "EuclideanDomains = Rings.Commutative.Euclidean" -> "PIDs = Rings.Commutative.PID" [kind="full_inclusion", id="arr.dot.euclideandomains__pids"];
  "ExteriorAlgebras(R)" -> "Algebras(R).Graded" [kind="pullback_projection", id="arr.dot.exterioralgebras__algebras_graded"];
  "ExteriorAlgebras(R)" -> "UnitalAlgebras = Algebras.Associative.Unital" [kind="forgetful", id="arr.dot.exterioralgebras__unitalalgebras"];
  Fans -> Cones [kind="forgetful", id="arr.dot.fans__cones"];
  FibredCategories -> Cat_1 [color="#6a1b9a", kind="construction", id="arr.dot.fibredcategories__cat_1"];
  Fields -> "DivisionRings = Rings.Division" [kind="forgetful", id="arr.dot.fields__divisionrings"];
  Fields -> "EuclideanDomains = Rings.Commutative.Euclidean" [kind="forgetful", id="arr.dot.fields__euclideandomains"];
  "FinitelyGeneratedGroups = Magmas.Associative.Unital.Inverse.FinitelyGenerated" -> "Groups = Magmas.Associative.Unital.Inverse" [kind="full_inclusion", id="arr.dot.finitelygeneratedgroups__groups"];
  "FinitelyGeneratedModules = Modules.FinitelyGenerated" -> "Modules(R)" [kind="full_inclusion", id="arr.dot.finitelygeneratedmodules__modules"];
  "FinitelyPresentedModules = Modules.FinitelyPresented" -> "FinitelyGeneratedModules = Modules.FinitelyGenerated" [kind="full_inclusion", id="arr.dot.finitelypresentedmodules__finitelygeneratedmodules"];
  "FiniteRankModules = Modules.FiniteRank" -> "Modules(R)" [kind="full_inclusion", id="arr.dot.finiterankmodules__modules"];
  "FreeModules = Modules.Free" -> "Modules(R)" [kind="full_inclusion", id="arr.dot.freemodules__modules"];
  "FreeModules = Modules.Free" -> "ProjectiveModules = Modules.Projective" [kind="full_inclusion", id="arr.dot.freemodules__projectivemodules"];
  FunctorCategories -> HomCategories [color="#6a1b9a", kind="construction", id="arr.dot.functorcategories__homcategories"];
  "G-Objects(G)" -> CatObject [kind="forgetful", id="arr.dot.g_objects__catobject"];
  "G-Objects(G)" -> "Groups = Magmas.Associative.Unital.Inverse" [kind="forgetful", id="arr.dot.g_objects__groups"];
  "GCDDomains = Rings.Commutative.GCDDomain" -> "IntegralDomains = Domains.Commutative" [kind="full_inclusion", id="arr.dot.gcddomains__integraldomains"];
  Genera -> "Sets.Finite" [color="#6a1b9a", kind="construction", id="arr.dot.genera__sets_finite"];
  Graphs -> CatObject [kind="forgetful", id="arr.dot.graphs__catobject"];
  GroupoidObjects -> CatObject [color="#6a1b9a", kind="construction", id="arr.dot.groupoidobjects__catobject"];
  GroupoidObjects -> Groupoids [color="#6a1b9a", kind="construction", id="arr.dot.groupoidobjects__groupoids"];
  Groupoids -> Cat_1 [kind="forgetful", id="arr.dot.groupoids__cat_1"];
  HodgeStructures -> "AdditiveAbelianGroups = AdditiveGroups.Commutative" [kind="forgetful", id="arr.dot.hodgestructures__additiveabeliangroups"];
  HomCategories -> CatObject [color="#6a1b9a", kind="construction", id="arr.dot.homcategories__catobject"];
  Homology -> "DGAs = UnitalAlgebras.Differential" [kind="forgetful", id="arr.dot.homology__dgas"];
  Homology -> "Modules(R)" [kind="forgetful", id="arr.dot.homology__modules"];
  Homsets -> HomCategories [kind="forgetful", id="arr.dot.homsets__homcategories"];
  Homsets -> Sets [kind="forgetful", id="arr.dot.homsets__sets"];
  "Hypersurfaces(K)" -> "Varieties(K) = Schemes.Integral.Separated.FiniteType" [kind="forgetful", id="arr.dot.hypersurfaces__varieties"];
  IncidenceCategories -> Cat_1 [kind="forgetful", id="arr.dot.incidencecategories__cat_1"];
  "∫Bil_R(W)" -> "∫Hom_R(−,W)" [kind="forgetful", id="arr.dot.int_bil_r__int_hom_r"];
  "∫Herm_R(W)" -> "∫Hom_R(−,W)" [kind="forgetful", id="arr.dot.int_herm_r__int_hom_r"];
  "∫Hom_R(−,W)" -> "Modules(R)" [kind="forgetful", id="arr.dot.int_hom_r__modules"];
  "∫Quad_R(W)" -> "∫Hom_R(−,W)" [kind="forgetful", id="arr.dot.int_quad_r__int_hom_r"];
  "IntegralDomains = Domains.Commutative" -> "CommRings = Rings.Commutative" [kind="full_inclusion", id="arr.dot.integraldomains__commrings"];
  "IntegralDomains = Domains.Commutative" -> "Domains = Rings.Domain" [kind="full_inclusion", id="arr.dot.integraldomains__domains"];
  IsometryGroups -> LatticeHomsets [color="#6a1b9a", kind="construction", id="arr.dot.isometrygroups__latticehomsets"];
  IsometryGroups -> OrthogonalGroups [color="#6a1b9a", kind="construction", id="arr.dot.isometrygroups__orthogonalgroups"];
  IsomorphicObjects -> "Arr(−)" [color="#6a1b9a", kind="construction", id="arr.dot.isomorphicobjects__arr"];
  "Lat_R = ∫Bil_R(R).Symmetric.Nondegenerate" -> "∫Bil_R(W)" [kind="full_inclusion", id="arr.dot.lat_r__int_bil_r"];
  "Lat_R = ∫Bil_R(R).Symmetric.Nondegenerate" -> "ProjectiveModules = Modules.Projective" [kind="full_inclusion", id="arr.dot.lat_r__projectivemodules"];
  LatticeHomsets -> Homsets [kind="forgetful", id="arr.dot.latticehomsets__homsets"];
  LatticeHomsets -> "Lat_R = ∫Bil_R(R).Symmetric.Nondegenerate" [kind="forgetful", id="arr.dot.latticehomsets__lat_r"];
  LatticePolytopes -> Polyhedra [kind="forgetful", id="arr.dot.latticepolytopes__polyhedra"];
  LocallyRingedSpaces -> RingedSpaces [kind="forgetful", id="arr.dot.locallyringedspaces__ringedspaces"];
  Manifolds -> RingedSpaces [kind="forgetful", id="arr.dot.manifolds__ringedspaces"];
  Manifolds -> TopologicalSpaces [kind="forgetful", id="arr.dot.manifolds__topologicalspaces"];
  "Manifolds.Smooth" -> "Varieties(K) = Schemes.Integral.Separated.FiniteType" [color="#6a1b9a", kind="construction", id="arr.dot.manifolds_smooth__varieties"];
  MetricSpaces -> TopologicalSpaces [kind="forgetful", id="arr.dot.metricspaces__topologicalspaces"];
  "Mod(O_X)" -> "Modules(R)" [kind="forgetful", id="arr.dot.mod__modules"];
  "Mod(O_X)" -> RingedSites [kind="forgetful", id="arr.dot.mod__ringedsites"];
  "Mod(O_X)" -> RingedSpaces [kind="forgetful", id="arr.dot.mod__ringedspaces"];
  "Modules(R)" -> "AdditiveAbelianGroups = AdditiveGroups.Commutative" [kind="forgetful", id="arr.dot.modules__additiveabeliangroups"];
  "ModulesWithBasis = Bimodules(R,R).WithBasis" -> "FreeModules = Modules.Free" [kind="full_inclusion", id="arr.dot.moduleswithbasis__freemodules"];
  "ModulesWithGenerators = Modules.WithGenerators" -> "Modules(R)" [kind="full_inclusion", id="arr.dot.moduleswithgenerators__modules"];
  "NoetherianCommRings = Rings.Commutative.Noetherian" -> "CommRings = Rings.Commutative" [kind="full_inclusion", id="arr.dot.noetheriancommrings__commrings"];
  "NonUnitalDGAs = Algebras.Differential" -> "Algebras(R)" [kind="full_inclusion", id="arr.dot.nonunitaldgas__algebras"];
  "NonUnitalDGAs = Algebras.Differential" -> "Algebras(R).Graded" [kind="pullback_projection", id="arr.dot.nonunitaldgas__algebras_graded"];
  NS -> "AbelianGroups = Groups.Commutative" [color="#6a1b9a", kind="construction", id="arr.dot.ns__abeliangroups"];
  NS -> "Lat_R = ∫Bil_R(R).Symmetric.Nondegenerate" [color="#6a1b9a", kind="construction", id="arr.dot.ns__lat_r"];
  "(−)^op" -> CatObject [color="#6a1b9a", kind="construction", id="arr.dot.op__catobject"];
  OrthogonalGroups -> "Groups = Magmas.Associative.Unital.Inverse" [color="#6a1b9a", kind="construction", id="arr.dot.orthogonalgroups__groups"];
  OrthogonalGroups -> "∫Bil_R(W)" [color="#6a1b9a", kind="construction", id="arr.dot.orthogonalgroups__int_bil_r"];
  Pic -> "AbelianGroups = Groups.Commutative" [color="#6a1b9a", kind="construction", id="arr.dot.pic__abeliangroups"];
  "PIDs = Rings.Commutative.PID" -> "UFDs = Rings.Commutative.UFD" [kind="full_inclusion", id="arr.dot.pids__ufds"];
  Polyhedra -> TopologicalSpaces [kind="forgetful", id="arr.dot.polyhedra__topologicalspaces"];
  Posets -> "CatObject.Thin" [kind="pullback_projection", id="arr.dot.posets__catobject_thin"];
  Presheaves -> FunctorCategories [kind="forgetful", id="arr.dot.presheaves__functorcategories"];
  Prestacks -> FibredCategories [kind="forgetful", id="arr.dot.prestacks__fibredcategories"];
  "ProjectiveModules = Modules.Projective" -> "Modules(R)" [kind="full_inclusion", id="arr.dot.projectivemodules__modules"];
  "QCoh(X)" -> "Mod(O_X)" [kind="forgetful", id="arr.dot.qcoh__mod"];
  Quotients -> Coslices [color="#6a1b9a", kind="construction", id="arr.dot.quotients__coslices"];
  QuotientStacks -> AlgebraicStacks [kind="forgetful", id="arr.dot.quotientstacks__algebraicstacks"];
  QuotientStacks -> "G-Objects(G)" [kind="forgetful", id="arr.dot.quotientstacks__g_objects"];
  QuotientStacks -> GroupoidObjects [kind="forgetful", id="arr.dot.quotientstacks__groupoidobjects"];
  ReflectionGroups -> "Groups = Magmas.Associative.Unital.Inverse" [kind="forgetful", id="arr.dot.reflectiongroups__groups"];
  "RightModules(R)" -> "AdditiveAbelianGroups = AdditiveGroups.Commutative" [kind="forgetful", id="arr.dot.rightmodules__additiveabeliangroups"];
  RingedSites -> Sites [kind="forgetful", id="arr.dot.ringedsites__sites"];
  RingedSpaces -> TopologicalSpaces [kind="forgetful", id="arr.dot.ringedspaces__topologicalspaces"];
  RingedTopoi -> Topoi [kind="forgetful", id="arr.dot.ringedtopoi__topoi"];
  Rings -> Rngs [kind="forgetful", id="arr.dot.rings__rngs"];
  Rings -> Semirings [kind="forgetful", id="arr.dot.rings__semirings"];
  Rngs -> "AdditiveAbelianGroups = AdditiveGroups.Commutative" [kind="forgetful", id="arr.dot.rngs__additiveabeliangroups"];
  Rngs -> "Semigroups = Magmas.Associative" [kind="forgetful", id="arr.dot.rngs__semigroups"];
  RootLattices -> "Lat_R = ∫Bil_R(R).Symmetric.Nondegenerate" [kind="forgetful", id="arr.dot.rootlattices__lat_r"];
  RootSystems -> Cones [kind="forgetful", id="arr.dot.rootsystems__cones"];
  "Schemes(S)" -> AlgebraicStacks [kind="forgetful", id="arr.dot.schemes__algebraicstacks"];
  "Schemes(S)" -> LocallyRingedSpaces [kind="forgetful", id="arr.dot.schemes__locallyringedspaces"];
  Semirings -> "AdditiveMonoids = Magmas.Additive.Associative.Unital" [kind="forgetful", id="arr.dot.semirings__additivemonoids"];
  Semirings -> "Monoids = Magmas.Associative.Unital" [kind="forgetful", id="arr.dot.semirings__monoids"];
-   Sheaves -> Presheaves [kind="forgetful", id="arr.dot.sheaves__presheaves"];
+   Sheaves -> Presheaves [kind="full_inclusion", id="arr.dot.sheaves__presheaves"];
  Sites -> Cat_1 [kind="forgetful", id="arr.dot.sites__cat_1"];
  Slices -> Comma [color="#6a1b9a", kind="construction", id="arr.dot.slices__comma"];
  SpecializationPosets -> Posets [kind="forgetful", id="arr.dot.specializationposets__posets"];
  StableGraphs -> Graphs [kind="forgetful", id="arr.dot.stablegraphs__graphs"];
  StableGraphs -> StratifiedSpaces [kind="forgetful", id="arr.dot.stablegraphs__stratifiedspaces"];
-   Stacks -> Prestacks [kind="forgetful", id="arr.dot.stacks__prestacks"];
+   Stacks -> Prestacks [kind="full_inclusion", id="arr.dot.stacks__prestacks"];
  StratifiedSpaces -> DeligneMumfordStacks [kind="forgetful", id="arr.dot.stratifiedspaces__delignemumfordstacks"];
  StratifiedSpaces -> SpecializationPosets [color="#6a1b9a", kind="construction", id="arr.dot.stratifiedspaces__specializationposets"];
  StratifiedSpaces -> TopologicalSpaces [kind="forgetful", id="arr.dot.stratifiedspaces__topologicalspaces"];
  Subobjects -> Slices [color="#6a1b9a", kind="construction", id="arr.dot.subobjects__slices"];
  Subquotients -> Quotients [color="#6a1b9a", kind="construction", id="arr.dot.subquotients__quotients"];
  Subquotients -> Subobjects [color="#6a1b9a", kind="construction", id="arr.dot.subquotients__subobjects"];
  "Surfaces(K) = Schemes.RelativeDimension(2)" -> "Varieties(K) = Schemes.Integral.Separated.FiniteType" [kind="full_inclusion", id="arr.dot.surfaces__varieties"];
  "SymmetricAlgebras(R)" -> "CommAlgebras = UnitalAlgebras.Commutative" [kind="forgetful", id="arr.dot.symmetricalgebras__commalgebras"];
  "TensorAlgebras(R)" -> "UnitalAlgebras = Algebras.Associative.Unital" [kind="forgetful", id="arr.dot.tensoralgebras__unitalalgebras"];
  TensorFieldModules -> "C∞Algebras(R)" [color="#6a1b9a", kind="construction", id="arr.dot.tensorfieldmodules__cinftyalgebras"];
  TensorFieldModules -> "Modules(R)" [color="#6a1b9a", kind="construction", id="arr.dot.tensorfieldmodules__modules"];
  "TensorProducts = CatObject.Monoidal" -> CatObject [kind="full_inclusion", id="arr.dot.tensorproducts__catobject"];
  Topoi -> Sheaves [kind="forgetful", id="arr.dot.topoi__sheaves"];
  TopologicalSpaces -> Sets [kind="forgetful", id="arr.dot.topologicalspaces__sets"];
  "ToricVarieties(K)" -> "Varieties(K) = Schemes.Integral.Separated.FiniteType" [kind="forgetful", id="arr.dot.toricvarieties__varieties"];
  Torsors -> "G-Objects(G)" [color="#6a1b9a", kind="construction", id="arr.dot.torsors__g_objects"];
  "UFDs = Rings.Commutative.UFD" -> "GCDDomains = Rings.Commutative.GCDDomain" [kind="full_inclusion", id="arr.dot.ufds__gcddomains"];
  "UnitalAlgebras = Algebras.Associative.Unital" -> "AssociativeAlgebras = Algebras.Associative" [kind="full_inclusion", id="arr.dot.unitalalgebras__associativealgebras"];
  "Varieties(K) = Schemes.Integral.Separated.FiniteType" -> "Schemes(S)" [kind="full_inclusion", id="arr.dot.varieties__schemes"];
  VectorFieldModules -> "C∞Algebras(R)" [color="#6a1b9a", kind="construction", id="arr.dot.vectorfieldmodules__cinftyalgebras"];
  VectorFieldModules -> "Modules(R)" [color="#6a1b9a", kind="construction", id="arr.dot.vectorfieldmodules__modules"];
  "VectorSpaces(K) = Modules.OverField" -> "Modules(R)" [kind="full_inclusion", id="arr.dot.vectorspaces__modules"];
  "VectorSpacesWithBasis = VectorSpaces.WithBasis" -> "ModulesWithBasis = Bimodules(R,R).WithBasis" [kind="full_inclusion", id="arr.dot.vectorspaceswithbasis__moduleswithbasis"];
  "VectorSpacesWithBasis = VectorSpaces.WithBasis" -> "VectorSpaces(K) = Modules.OverField" [kind="full_inclusion", id="arr.dot.vectorspaceswithbasis__vectorspaces"];
  WeylGroups -> ReflectionGroups [kind="forgetful", id="arr.dot.weylgroups__reflectiongroups"];
  Magmas -> Sets [kind="forgetful", id="arr.fun.magmas_to_sets"];
  Sets -> CatObject [kind="forgetful", id="arr.fun.sets_to_cat_object"];
  Fields -> Rings [kind="full_inclusion", id="arr.incl.fields_to_rings"];
  "Groups = Magmas.Associative.Unital.Inverse" -> "Monoids = Magmas.Associative.Unital" [kind="full_inclusion", id="arr.incl.groups_to_monoids"];
  "Monoids = Magmas.Associative.Unital" -> "Semigroups = Magmas.Associative" [kind="full_inclusion", id="arr.incl.monoids_to_semigroups"];
  "Semigroups = Magmas.Associative" -> Magmas [kind="full_inclusion", id="arr.incl.semigroups_to_magmas"];
  WeylGroups -> CoxeterGroups [kind="full_inclusion", id="arr.incl.weyl_to_coxeter"];
  "Algebras(R)" -> Rings [style=dashed,color="#e65100", kind="parameter_dependency", id="arr.param.algebras_r_base_ring"];
  "Modules(R)" -> Rings [style=dashed,color="#e65100", kind="parameter_dependency", id="arr.param.modules_r_base_ring"];
  "VectorSpaces(K) = Modules.OverField" -> Fields [style=dashed,color="#e65100", kind="parameter_dependency", id="arr.param.vector_spaces_field"];
  "CommRings = Rings.Commutative" -> Rings [kind="pullback_projection", id="arr.pb.comm_rings_to_rings"];
  "FiniteFields = Fields.Finite" -> Fields [kind="pullback_projection", id="arr.pb.finite_fields_to_fields"];
  "FiniteFields = Fields.Finite" -> "Sets.Finite" [kind="pullback_projection", id="arr.pb.finite_fields_to_sets_finite"];
  "FiniteRings = Rings.Finite" -> Rings [kind="pullback_projection", id="arr.pb.finite_rings_to_rings"];
  "FiniteRings = Rings.Finite" -> "Sets.Finite" [kind="pullback_projection", id="arr.pb.finite_rings_to_sets_finite"];
  "Lat.Hyperbolic" -> "Lat.Indefinite" [style=dashed, kind="theorem_inclusion", id="arr.thm.lat_hyperbolic_implies_indefinite"];
  "Lat.NegativeDefinite" -> "Lat.Definite" [style=dashed, kind="theorem_inclusion", id="arr.thm.lat_negative_definite"];
  "Lat.PositiveDefinite" -> "Lat.Definite" [style=dashed, kind="theorem_inclusion", id="arr.thm.lat_positive_definite"];
  "Sets.Finite" -> "Sets.Countable" [style=dashed, kind="theorem_inclusion", id="arr.thm.sets_finite_implies_countable"];
  "Sets.Uncountable" -> "Sets.Infinite" [style=dashed, kind="theorem_inclusion", id="arr.thm.sets_uncountable_implies_infinite"];
  "AdditiveGroups = Magmas.Additive.Associative.Unital.Inverse" -> "Magmas.Additive" [kind="forgetful", id="fun.additive_groups_to_additive_magmas"];
  "Algebras(R)" -> "Modules(R)" [kind="forgetful", id="fun.algebras_to_modules"];
  "Algebras(R)" -> Sets [kind="forgetful", id="fun.algebras_to_sets"];
  "Bialgebras(R)" -> "Algebras(R)" [kind="forgetful", id="fun.bialgebras_to_algebras"];
  "Coalgebras(R)" -> "Modules(R)" [kind="forgetful", id="fun.coalgebras_to_modules"];
  "Domains = Rings.Domain" -> Rings [kind="full_inclusion", id="fun.domains_to_rings"];
  Fields -> Sets [kind="forgetful", id="fun.fields_to_sets"];
  "Groups = Magmas.Associative.Unital.Inverse" -> Magmas [kind="forgetful", id="fun.groups_to_magmas"];
  "HopfAlgebras(R)" -> "Bialgebras(R)" [kind="forgetful", id="fun.hopf_to_bialgebras"];
  "IntegralDomains = Domains.Commutative" -> Fields [kind="forgetful", id="fun.integral_domains_to_fields"];
  "LieAlgebras(R)" -> "Algebras(R)" [kind="forgetful", id="fun.lie_to_algebras"];
  Manifolds -> Sets [kind="forgetful", id="fun.manifolds_to_sets"];
  MetricSpaces -> Sets [kind="forgetful", id="fun.metricspaces_to_sets"];
  "Modules(R)" -> Sets [kind="forgetful", id="fun.modules_to_sets"];
  Posets -> Sets [kind="forgetful", id="fun.posets_to_sets"];
  Rings -> Magmas [kind="forgetful", id="fun.rings_to_multiplicative_magmas"];
  Rings -> Sets [kind="forgetful", id="fun.rings_to_sets"];
  "UnitalAlgebras = Algebras.Associative.Unital" -> Magmas [kind="forgetful", id="fun.unital_algebras_to_magmas"];
  "Magmas.Additive" -> Magmas [kind="full_inclusion", id="arr.incl.additive_magmas_to_magmas"];
  "AdditiveGroups = Magmas.Additive.Associative.Unital.Inverse" -> Magmas [kind="forgetful", id="fun.additive_groups_to_magmas"];
  "Bimodules(R,R)" -> "Bimodules(R,S)" [kind="full_inclusion", id="arr.dot.bimodulesdiagonal__bimodules"];
  "Algebras(R)" -> "Bimodules(R,R)" [kind="forgetful", id="fun.algebras_to_bimodules"];
  "Bimodules(K,K) = Bimodules(R,R).OverField" -> "Bimodules(R,R)" [kind="full_inclusion", id="arr.dot.bimodulesfield__bimodulesdiagonal"];
  "VectorSpaces(K) = Modules.OverField" -> "Bimodules(K,K) = Bimodules(R,R).OverField" [kind="full_inclusion", id="fun.vectorspaces_central_section"];
  "AlgebrasOverField = Algebras.OverField" -> "Bimodules(K,K) = Bimodules(R,R).OverField" [kind="forgetful", id="fun.algebras_over_field_to_bimodules"];
  Sets -> "Monoids = Magmas.Associative.Unital" [kind="left_adjoint", id="fun.free.monoid"];
  Sets -> "Groups = Magmas.Associative.Unital.Inverse" [kind="left_adjoint", id="fun.free.group"];
  Sets -> "AdditiveAbelianGroups = AdditiveGroups.Commutative" [kind="left_adjoint", id="fun.free.abelian_group"];
  Sets -> "Modules(R)" [kind="left_adjoint", id="fun.free.module_r"];
  "Modules(R)" -> "UnitalAlgebras = Algebras.Associative.Unital" [kind="left_adjoint", id="fun.tensor_algebra"];
  Sets -> "UnitalAlgebras = Algebras.Associative.Unital" [kind="left_adjoint", id="fun.free.associative_algebra_set"];
  "Modules(R)" -> "CommAlgebras = UnitalAlgebras.Commutative" [kind="left_adjoint", id="fun.symmetric_algebra"];
  Sets -> "CommAlgebras = UnitalAlgebras.Commutative" [kind="left_adjoint", id="fun.free.commutative_algebra_set"];
  "Monoids = Magmas.Associative.Unital" -> "Bialgebras(R)" [kind="left_adjoint", id="fun.monoid_algebra"];
  "Groups = Magmas.Associative.Unital.Inverse" -> "HopfAlgebras(R)" [kind="left_adjoint", id="fun.group_algebra"];
  "Bialgebras(R)" -> "Monoids = Magmas.Associative.Unital" [kind="right_adjoint", id="fun.grouplike_elements"];
  "HopfAlgebras(R)" -> "Groups = Magmas.Associative.Unital.Inverse" [kind="right_adjoint", id="fun.grouplike_elements_hopf"];
  "BiAct(R,S)" -> "Modules(R)" [kind="pullback_projection", id="arr.proj.biact__modules"];
  "BiAct(R,S)" -> "RightModules(R)" [kind="pullback_projection", id="arr.proj.biact__rightmodules"];
  "Bimodules(R,S)" -> "BiAct(R,S)" [style=dotted, kind="classifier_leg", id="arr.clf.biact.commutation"];
  "BasisFrame_n(R)" -> "GenFrame_n(R)" [kind="full_inclusion", id="arr.frame.basisframe__genframe"];
  "BasisFrame_n(R)" -> "Coord_n(R)" [kind="forgetful", id="arr.frame.basisframe__coord"];
  "GenFrame_n(R)" -> "Modules(R)" [kind="forgetful", id="arr.frame.genframe__modules"];
  "Coord_n(R)" -> "Modules(R)" [kind="forgetful", id="arr.frame.coord__modules"];
  "SymMat_n(R)" -> "Bil^coord_n(R) = Bil x^h_{R-Mod} Coord_n(R)" [color="#6a1b9a", kind="construction", id="fun.gram_n"];
  "Bil^coord_n(R) = Bil x^h_{R-Mod} Coord_n(R)" -> "∫Bil_R(W)" [kind="pullback_projection", id="arr.proj.bil_coord__int_bil"];
  "Bil^coord_n(R) = Bil x^h_{R-Mod} Coord_n(R)" -> "Coord_n(R)" [kind="pullback_projection", id="arr.proj.bil_coord__coord"];
  EmbeddedRootRealizations -> RootBasis_Gamma [kind="forgetful", id="arr.root.embedded__rootbasis_gamma"];
  RootBasis_Gamma -> RootBasis_S [kind="full_inclusion", id="arr.root.rootbasis_gamma__rootbasis_s"];
  RootBasis_S -> RootFrame_S [kind="full_inclusion", id="arr.root.rootbasis_s__rootframe_s"];
  RootFrame_S -> "Lat_R = ∫Bil_R(R).Symmetric.Nondegenerate" [kind="forgetful", id="arr.root.rootframe_s__lat"];
  "CatObject.Preadditive" -> CatObject [style=dotted, kind="classifier_leg", id="arr.clf.catobject_preadditive"];
  "CatObject.Additive" -> CatObject [style=dotted, kind="classifier_leg", id="arr.clf.catobject_additive"];
  "CatObject.Abelian" -> CatObject [style=dotted, kind="classifier_leg", id="arr.clf.catobject_abelian"];
+   Presheaves -> Sheaves [kind="left_adjoint", id="fun.sheafification"];
+   Prestacks -> Stacks [kind="left_adjoint", id="fun.stackification"];
}
